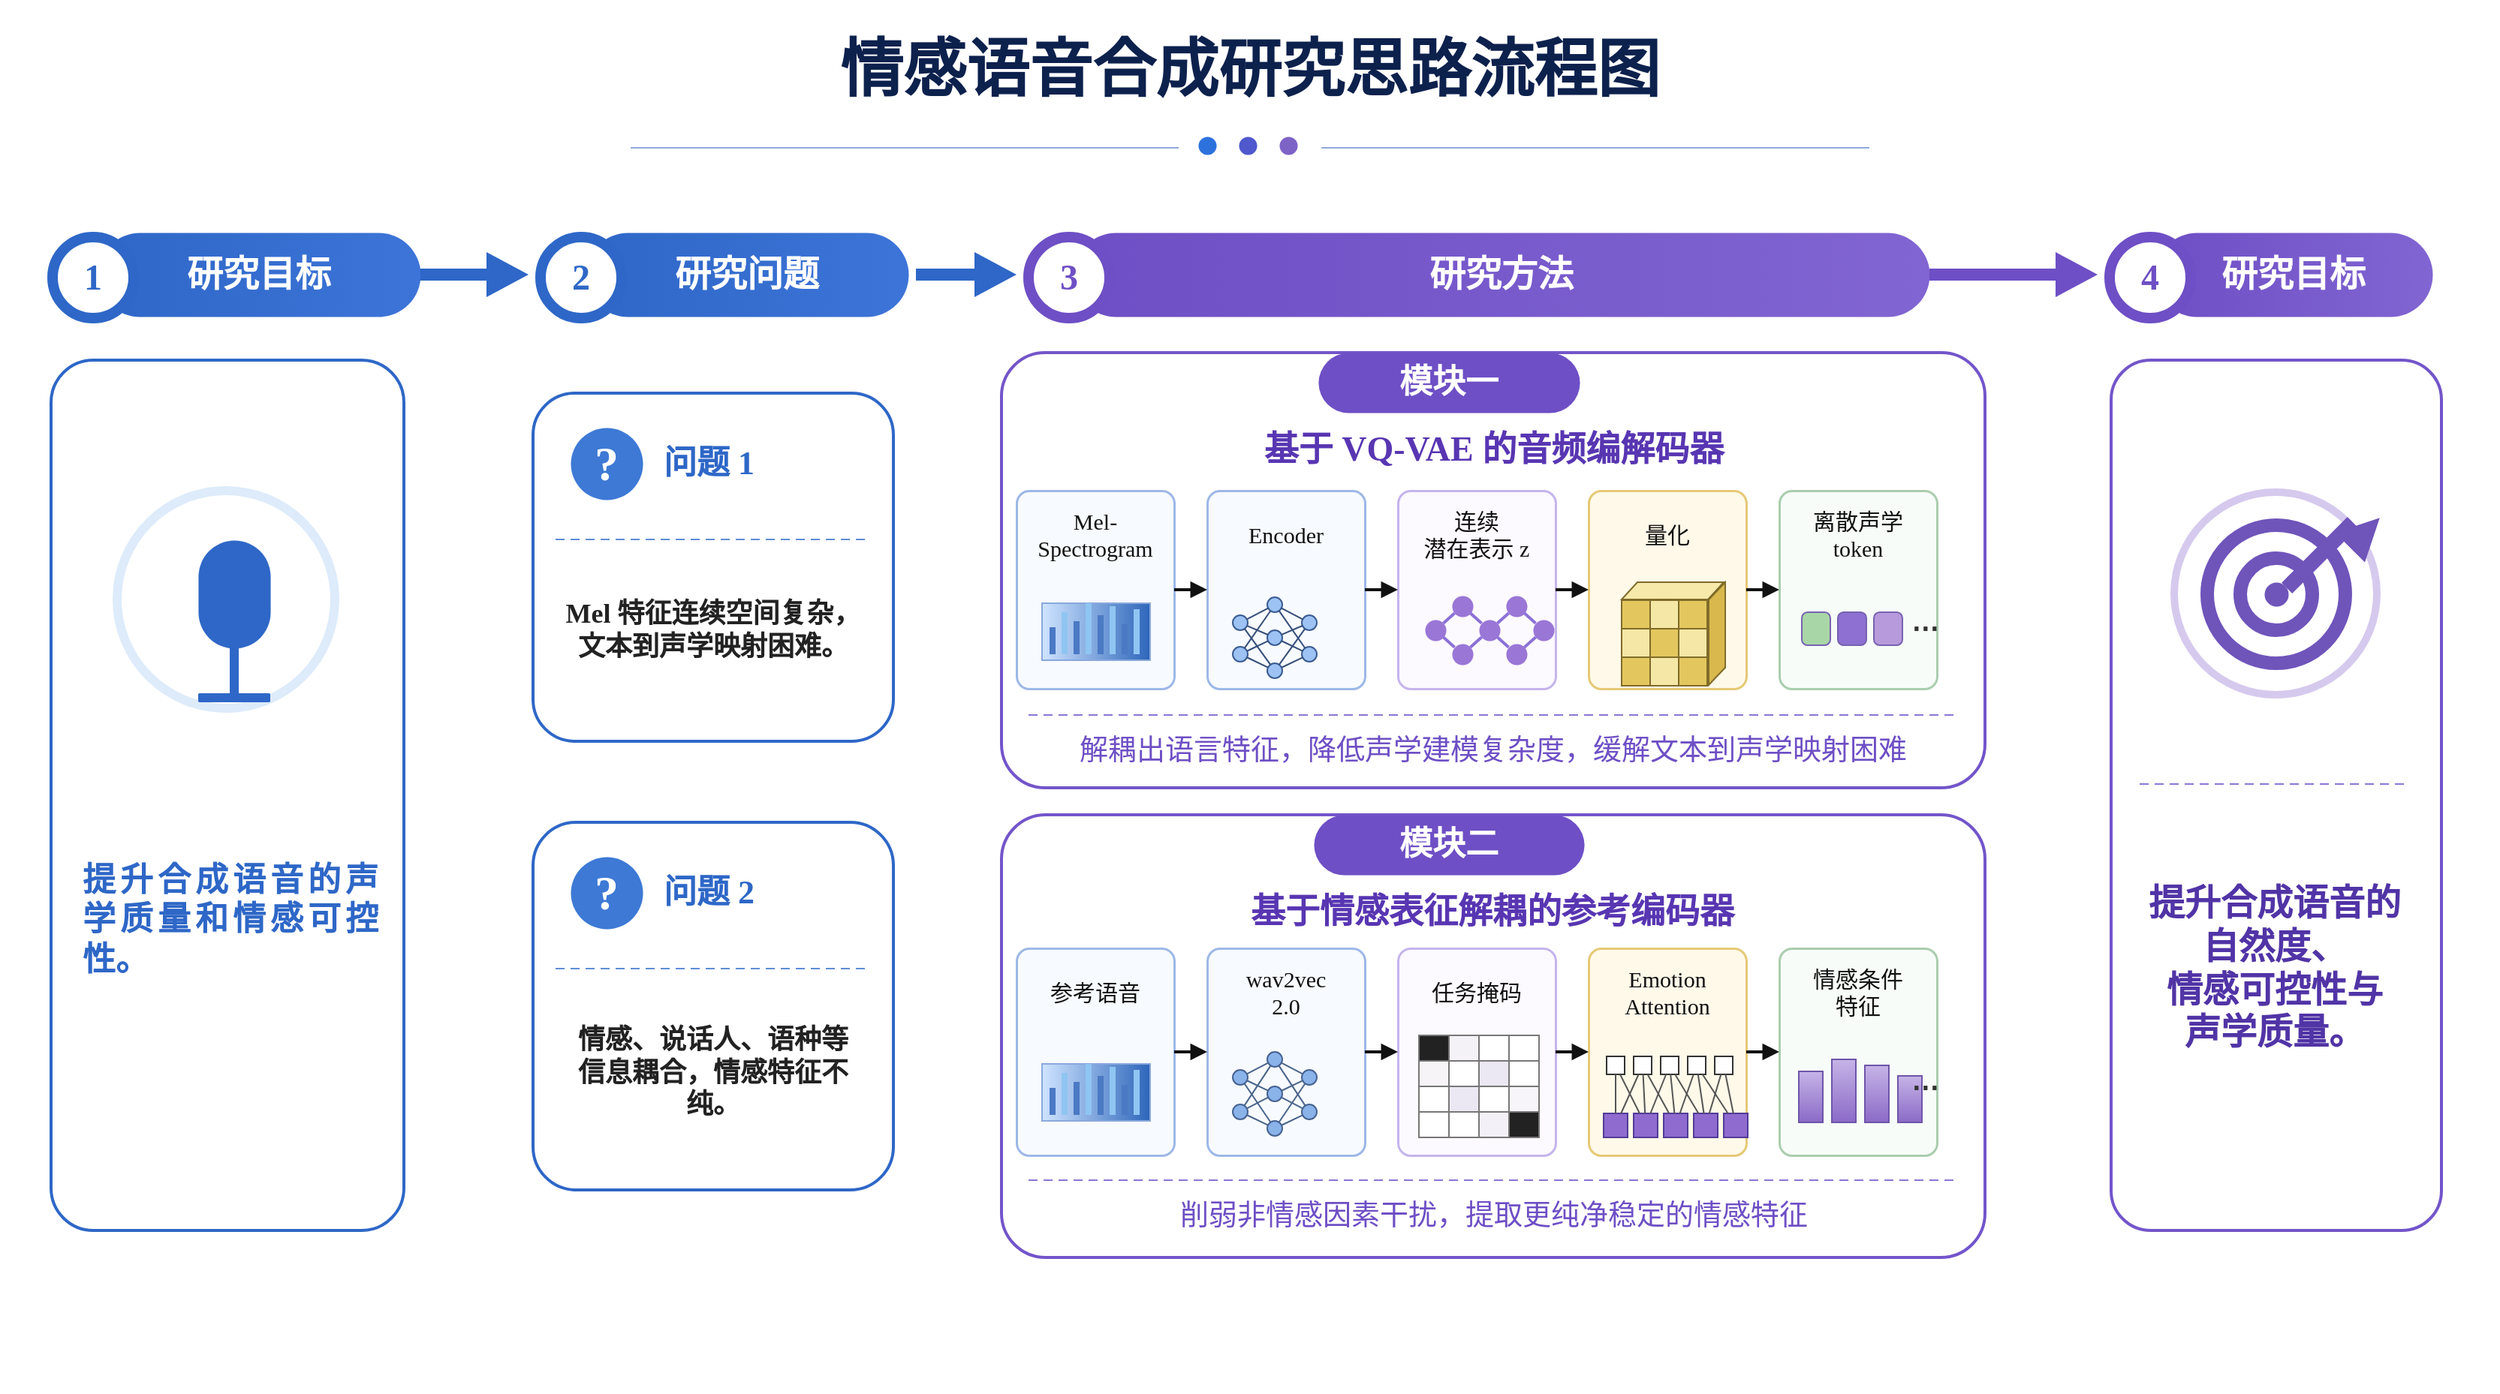
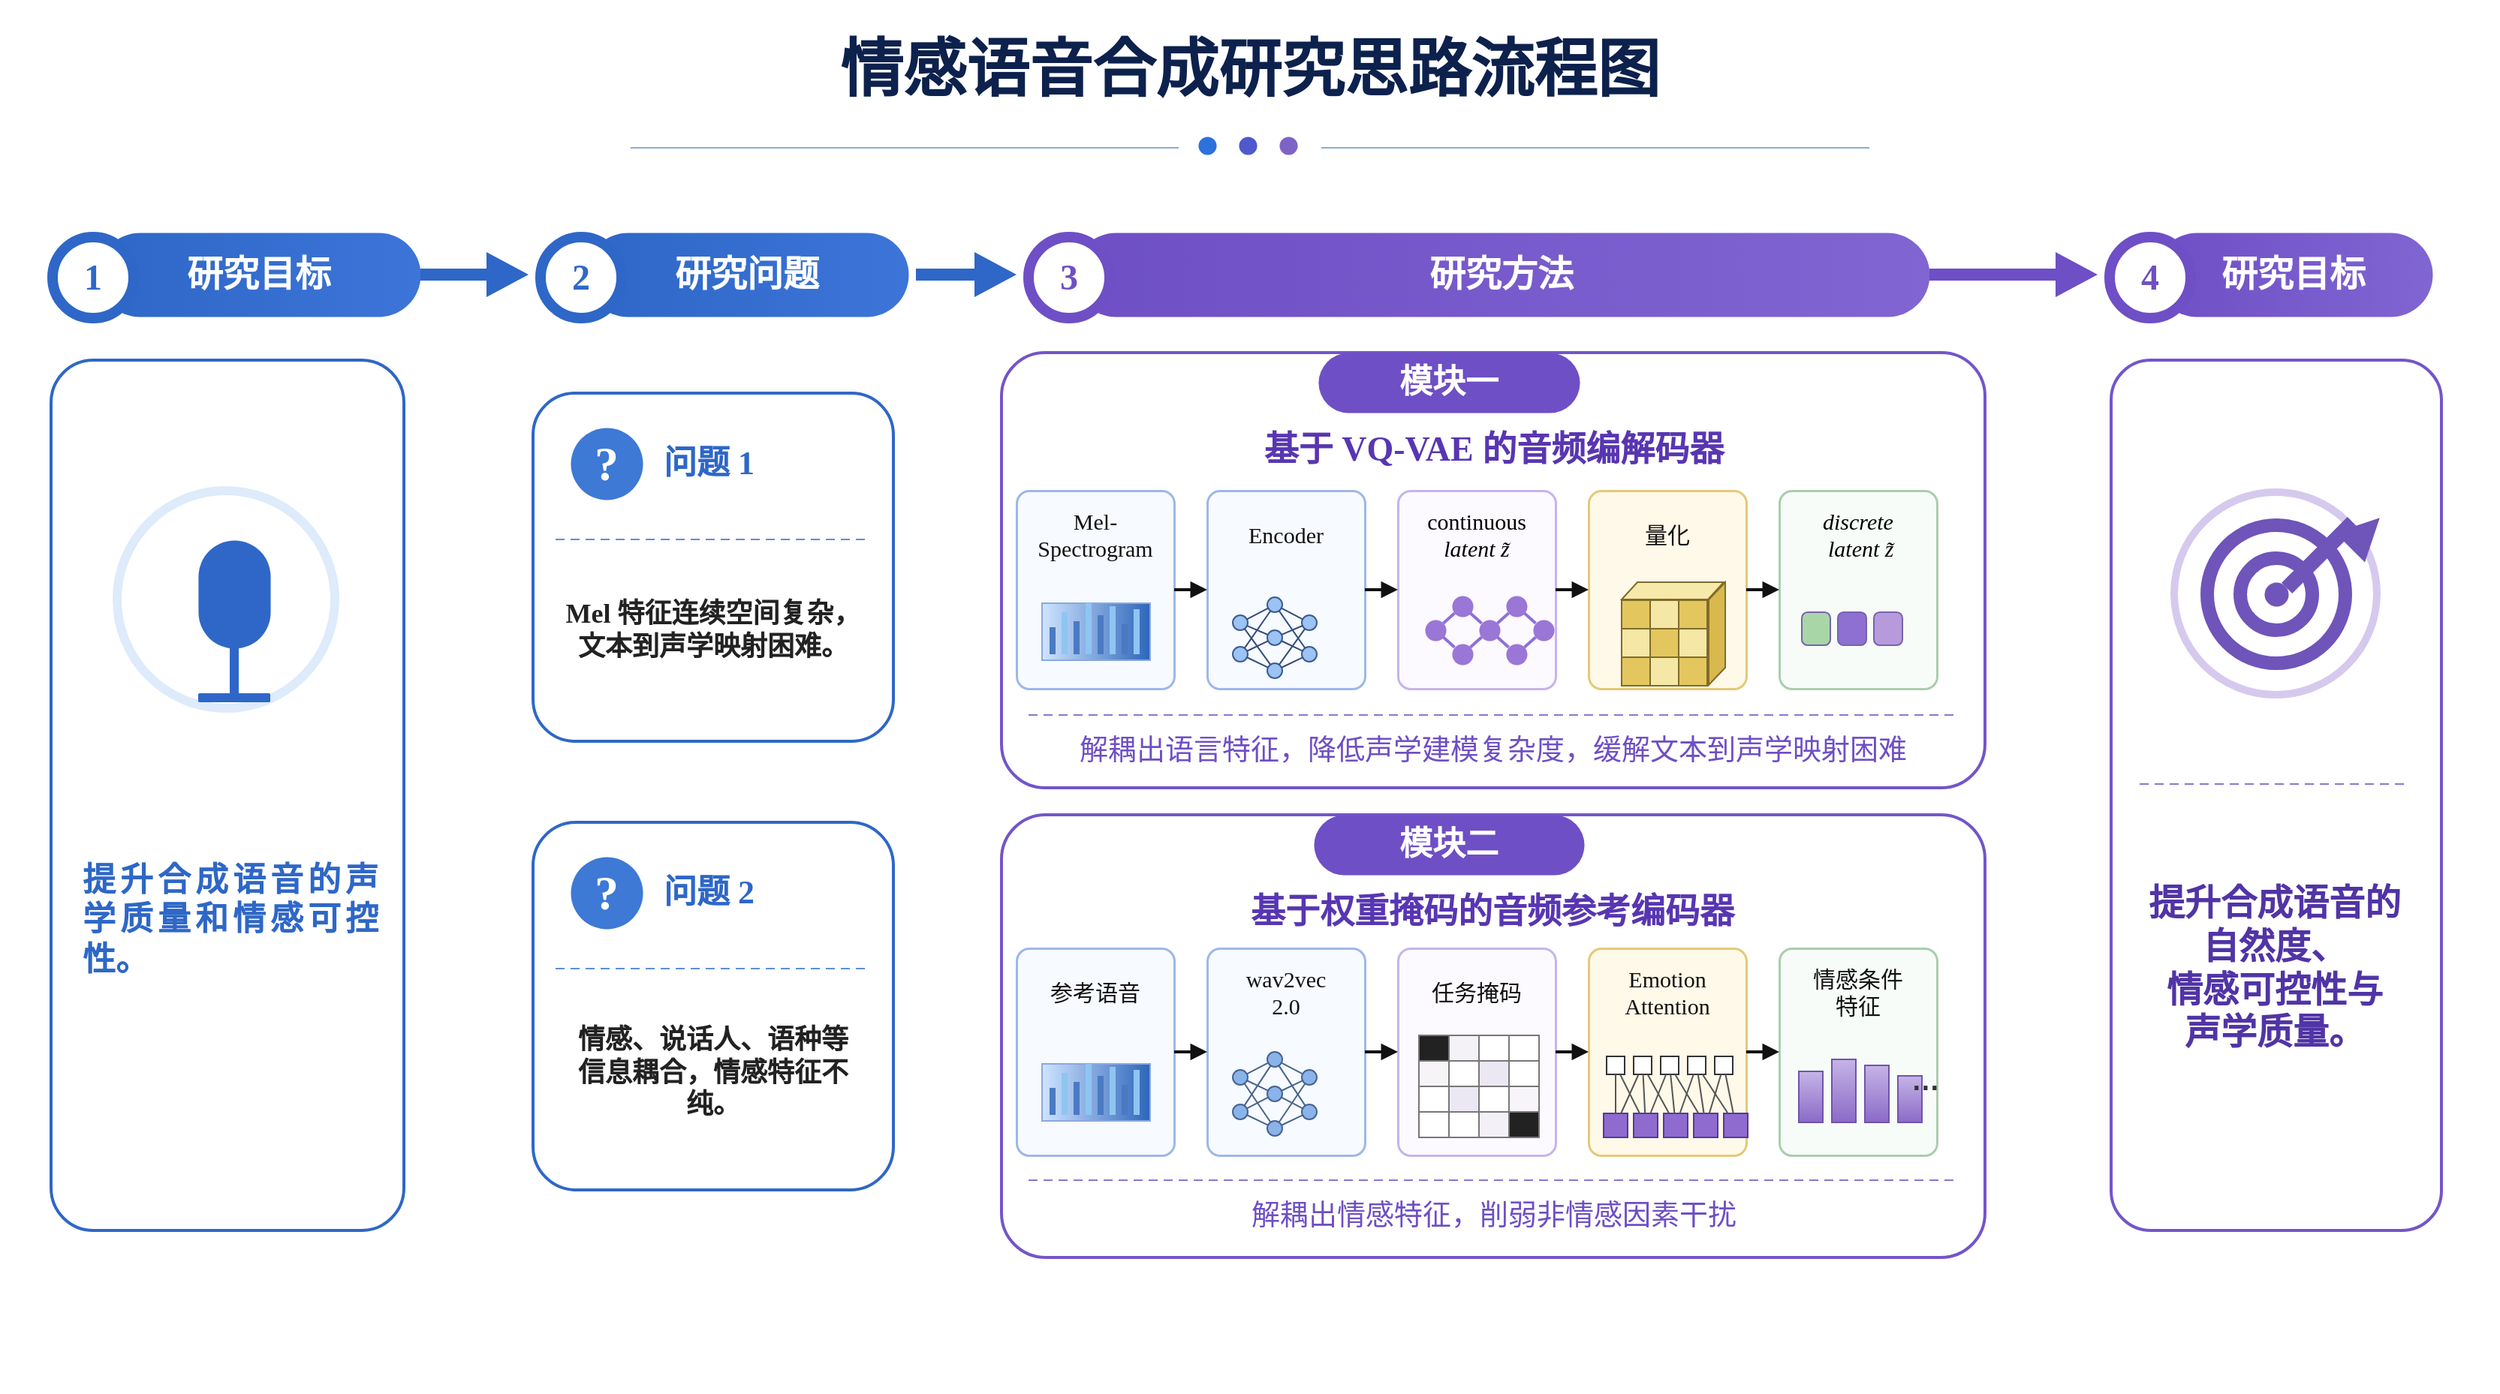
<mxfile host="app.diagrams.net">
  <diagram name="第 1 页" id="fVVEHDjkvuh4-jfM98xs">
-     <mxGraphModel dx="490" dy="306" grid="1" gridSize="1" guides="1" tooltips="1" connect="1" arrows="1" fold="1" page="1" pageScale="1" pageWidth="1664" pageHeight="928" math="1" shadow="0">
+     <mxGraphModel dx="1212" dy="755" grid="1" gridSize="1" guides="1" tooltips="1" connect="1" arrows="1" fold="1" page="1" pageScale="1" pageWidth="1664" pageHeight="928" math="1" shadow="0">
      <root>
        <mxCell id="0" />
        <mxCell id="1" parent="0" />
        <mxCell id="v2" parent="1" style="shape=rect;fillColor=#FFFFFF;strokeColor=none;fontFamily=Comic Sans MS;" value="" vertex="1">
          <mxGeometry height="928" width="1664" as="geometry" />
        </mxCell>
        <mxCell id="v3" parent="1" style="text;html=1;whiteSpace=wrap;align=center;verticalAlign=middle;fontFamily=Comic Sans MS;fontSize=42;fontColor=#0D214D;fontStyle=1;spacing=0;" value="情感语音合成研究思路流程图" vertex="1">
          <mxGeometry height="58" width="885" x="390" y="18" as="geometry" />
        </mxCell>
        <mxCell id="v4" parent="1" style="shape=line;strokeColor=#90A8DA;strokeWidth=1;fontFamily=Comic Sans MS;" value="" vertex="1">
          <mxGeometry height="1" width="365" x="420" y="98" as="geometry" />
        </mxCell>
        <mxCell id="v5" parent="1" style="shape=line;strokeColor=#90A8DA;strokeWidth=1;fontFamily=Comic Sans MS;" value="" vertex="1">
          <mxGeometry height="1" width="365" x="880" y="98" as="geometry" />
        </mxCell>
        <mxCell id="v6" parent="1" style="ellipse;whiteSpace=wrap;html=1;fillColor=#2D71DD;strokeColor=#2D71DD;strokeWidth=0;fontFamily=Comic Sans MS;" value="" vertex="1">
          <mxGeometry height="12" width="12" x="798" y="91" as="geometry" />
        </mxCell>
        <mxCell id="v7" parent="1" style="ellipse;whiteSpace=wrap;html=1;fillColor=#4F58CD;strokeColor=#4F58CD;strokeWidth=0;fontFamily=Comic Sans MS;" value="" vertex="1">
          <mxGeometry height="12" width="12" x="825" y="91" as="geometry" />
        </mxCell>
        <mxCell id="v8" parent="1" style="ellipse;whiteSpace=wrap;html=1;fillColor=#7E63C7;strokeColor=#7E63C7;strokeWidth=0;fontFamily=Comic Sans MS;" value="" vertex="1">
          <mxGeometry height="12" width="12" x="852" y="91" as="geometry" />
        </mxCell>
        <mxCell id="v9" parent="1" style="rounded=1;arcSize=50;whiteSpace=wrap;html=1;fillColor=#2E67C7;strokeColor=none;strokeWidth=0;fontFamily=Comic Sans MS;gradientColor=#3D74D8;gradientDirection=east;fontSize=24;fontColor=#FFFFFF;fontStyle=1;align=center;verticalAlign=middle;" value="研究目标" vertex="1">
          <mxGeometry height="56" width="215" x="65" y="155" as="geometry" />
        </mxCell>
        <mxCell id="v10" parent="1" style="ellipse;whiteSpace=wrap;html=1;fillColor=#FFFFFF;strokeColor=#2E67C7;strokeWidth=7;fontFamily=Comic Sans MS;fontSize=24;fontColor=#2E67C7;fontStyle=1;align=center;verticalAlign=middle;" value="1" vertex="1">
          <mxGeometry height="54" width="54" x="35" y="158" as="geometry" />
        </mxCell>
        <mxCell id="v11" parent="1" style="rounded=1;arcSize=50;whiteSpace=wrap;html=1;fillColor=#2E67C7;strokeColor=none;strokeWidth=0;fontFamily=Comic Sans MS;gradientColor=#3D74D8;gradientDirection=east;fontSize=24;fontColor=#FFFFFF;fontStyle=1;align=center;verticalAlign=middle;" value="研究问题" vertex="1">
          <mxGeometry height="56" width="215" x="390" y="155" as="geometry" />
        </mxCell>
        <mxCell id="v12" parent="1" style="ellipse;whiteSpace=wrap;html=1;fillColor=#FFFFFF;strokeColor=#2E67C7;strokeWidth=7;fontFamily=Comic Sans MS;fontSize=24;fontColor=#2E67C7;fontStyle=1;align=center;verticalAlign=middle;" value="2" vertex="1">
          <mxGeometry height="54" width="54" x="360" y="158" as="geometry" />
        </mxCell>
        <mxCell id="v13" parent="1" style="rounded=1;arcSize=50;whiteSpace=wrap;html=1;fillColor=#6E4FC5;strokeColor=none;strokeWidth=0;fontFamily=Comic Sans MS;gradientColor=#8165D2;gradientDirection=east;fontSize=24;fontColor=#FFFFFF;fontStyle=1;align=center;verticalAlign=middle;" value="研究方法" vertex="1">
          <mxGeometry height="56" width="570" x="715" y="155" as="geometry" />
        </mxCell>
        <mxCell id="v14" parent="1" style="ellipse;whiteSpace=wrap;html=1;fillColor=#FFFFFF;strokeColor=#6E4FC5;strokeWidth=7;fontFamily=Comic Sans MS;fontSize=24;fontColor=#6E4FC5;fontStyle=1;align=center;verticalAlign=middle;" value="3" vertex="1">
          <mxGeometry height="54" width="54" x="685" y="158" as="geometry" />
        </mxCell>
        <mxCell id="v15" parent="1" style="rounded=1;arcSize=50;whiteSpace=wrap;html=1;fillColor=#6E4FC5;strokeColor=none;strokeWidth=0;fontFamily=Comic Sans MS;gradientColor=#8165D2;gradientDirection=east;fontSize=24;fontColor=#FFFFFF;fontStyle=1;align=center;verticalAlign=middle;" value="研究目标" vertex="1">
          <mxGeometry height="56" width="185" x="1435" y="155" as="geometry" />
        </mxCell>
        <mxCell id="v16" parent="1" style="ellipse;whiteSpace=wrap;html=1;fillColor=#FFFFFF;strokeColor=#6E4FC5;strokeWidth=7;fontFamily=Comic Sans MS;fontSize=24;fontColor=#6E4FC5;fontStyle=1;align=center;verticalAlign=middle;" value="4" vertex="1">
          <mxGeometry height="54" width="54" x="1405" y="158" as="geometry" />
        </mxCell>
        <mxCell id="v17" parent="1" style="shape=rect;fillColor=#2E67C7;strokeColor=none;fontFamily=Comic Sans MS;" value="" vertex="1">
          <mxGeometry height="8" width="52" x="280" y="179" as="geometry" />
        </mxCell>
        <mxCell id="v18" parent="1" style="shape=triangle;direction=east;fillColor=#2E67C7;strokeColor=none;fontFamily=Comic Sans MS;" value="" vertex="1">
          <mxGeometry height="30" width="28" x="324" y="168" as="geometry" />
        </mxCell>
        <mxCell id="v19" parent="1" style="shape=rect;fillColor=#2E67C7;strokeColor=none;fontFamily=Comic Sans MS;" value="" vertex="1">
          <mxGeometry height="8" width="47" x="610" y="179" as="geometry" />
        </mxCell>
        <mxCell id="v20" parent="1" style="shape=triangle;direction=east;fillColor=#2E67C7;strokeColor=none;fontFamily=Comic Sans MS;" value="" vertex="1">
          <mxGeometry height="30" width="28" x="649" y="168" as="geometry" />
        </mxCell>
        <mxCell id="v21" parent="1" style="shape=rect;fillColor=#6E4FC5;strokeColor=none;fontFamily=Comic Sans MS;" value="" vertex="1">
          <mxGeometry height="8" width="92" x="1285" y="179" as="geometry" />
        </mxCell>
        <mxCell id="v22" parent="1" style="shape=triangle;direction=east;fillColor=#6E4FC5;strokeColor=none;fontFamily=Comic Sans MS;" value="" vertex="1">
          <mxGeometry height="30" width="28" x="1369" y="168" as="geometry" />
        </mxCell>
        <mxCell id="v23" parent="1" style="rounded=1;arcSize=12;whiteSpace=wrap;html=1;fillColor=#FFFFFF;strokeColor=#2E67C7;strokeWidth=2;fontFamily=Comic Sans MS;" value="" vertex="1">
          <mxGeometry height="580" width="235" x="34" y="240" as="geometry" />
        </mxCell>
        <mxCell id="v24" parent="1" style="rounded=1;arcSize=12;whiteSpace=wrap;html=1;fillColor=#FFFFFF;strokeColor=#2E67C7;strokeWidth=2;fontFamily=Comic Sans MS;" value="" vertex="1">
          <mxGeometry height="232" width="240" x="355" y="262" as="geometry" />
        </mxCell>
        <mxCell id="v25" parent="1" style="rounded=1;arcSize=12;whiteSpace=wrap;html=1;fillColor=#FFFFFF;strokeColor=#2E67C7;strokeWidth=2;fontFamily=Comic Sans MS;" value="" vertex="1">
          <mxGeometry height="245" width="240" x="355" y="548" as="geometry" />
        </mxCell>
        <mxCell id="v26" parent="1" style="rounded=1;arcSize=10;whiteSpace=wrap;html=1;fillColor=#FFFFFF;strokeColor=#7355CA;strokeWidth=2;fontFamily=Comic Sans MS;" value="" vertex="1">
          <mxGeometry height="290" width="655" x="667" y="235" as="geometry" />
        </mxCell>
        <mxCell id="v27" parent="1" style="rounded=1;arcSize=10;whiteSpace=wrap;html=1;fillColor=#FFFFFF;strokeColor=#7355CA;strokeWidth=2;fontFamily=Comic Sans MS;" value="" vertex="1">
          <mxGeometry height="295" width="655" x="667" y="543" as="geometry" />
        </mxCell>
        <mxCell id="v28" parent="1" style="rounded=1;arcSize=12;whiteSpace=wrap;html=1;fillColor=#FFFFFF;strokeColor=#7355CA;strokeWidth=2;fontFamily=Comic Sans MS;" value="" vertex="1">
          <mxGeometry height="580" width="220" x="1406" y="240" as="geometry" />
        </mxCell>
        <mxCell id="v29" parent="1" style="ellipse;whiteSpace=wrap;html=1;fillColor=#FFFFFF;strokeColor=#DDEBFA;strokeWidth=6;fontFamily=Comic Sans MS;" value="" vertex="1">
          <mxGeometry height="145" width="145" x="78" y="327" as="geometry" />
        </mxCell>
        <mxCell id="v30" parent="1" style="rounded=1;arcSize=50;whiteSpace=wrap;html=1;fillColor=#2E67C7;strokeColor=#2E67C7;strokeWidth=0;fontFamily=Comic Sans MS;" value="" vertex="1">
          <mxGeometry height="72" width="48" x="132" y="360" as="geometry" />
        </mxCell>
        <mxCell id="v31" parent="1" style="shape=mxgraph.basic.arc;startAngle=180;endAngle=360;fillColor=none;strokeColor=#2E67C7;strokeWidth=5;fontFamily=Comic Sans MS;" value="" vertex="1">
          <mxGeometry height="58" width="70" x="121" y="388" as="geometry" />
        </mxCell>
        <mxCell id="v32" parent="1" style="shape=rect;fillColor=#2E67C7;strokeColor=none;fontFamily=Comic Sans MS;" value="" vertex="1">
          <mxGeometry height="34" width="6" x="153" y="431" as="geometry" />
        </mxCell>
        <mxCell id="v33" parent="1" style="shape=rect;fillColor=#2E67C7;strokeColor=none;rounded=1;fontFamily=Comic Sans MS;" value="" vertex="1">
          <mxGeometry height="6" width="48" x="132" y="462" as="geometry" />
        </mxCell>
        <mxCell id="v34" parent="1" style="shape=mxgraph.basic.arc;startAngle=90;endAngle=270;direction=west;fillColor=none;strokeColor=#2E67C7;strokeWidth=4;fontFamily=Comic Sans MS;" value="" vertex="1">
          <mxGeometry height="38" width="18" x="90" y="380" as="geometry" />
        </mxCell>
        <mxCell id="v35" parent="1" style="shape=mxgraph.basic.arc;startAngle=90;endAngle=270;direction=west;fillColor=none;strokeColor=#2E67C7;strokeWidth=4;fontFamily=Comic Sans MS;" value="" vertex="1">
          <mxGeometry height="54" width="28" x="82" y="372" as="geometry" />
        </mxCell>
        <mxCell id="v36" parent="1" style="shape=mxgraph.basic.arc;startAngle=90;endAngle=270;direction=east;fillColor=none;strokeColor=#2E67C7;strokeWidth=4;fontFamily=Comic Sans MS;" value="" vertex="1">
          <mxGeometry height="38" width="18" x="193" y="380" as="geometry" />
        </mxCell>
        <mxCell id="v37" parent="1" style="shape=mxgraph.basic.arc;startAngle=90;endAngle=270;direction=east;fillColor=none;strokeColor=#2E67C7;strokeWidth=4;fontFamily=Comic Sans MS;" value="" vertex="1">
          <mxGeometry height="54" width="28" x="192" y="372" as="geometry" />
        </mxCell>
        <mxCell id="v38" parent="1" style="text;html=1;whiteSpace=wrap;align=left;verticalAlign=middle;fontFamily=Comic Sans MS;fontSize=22;fontColor=#111111;fontStyle=0;spacing=0;" value="&lt;div style=&quot;text-align: justify;&quot;&gt;&lt;b style=&quot;background-color: transparent; color: light-dark(rgb(46, 103, 199), rgb(237, 237, 237));&quot;&gt;提升合成语音的声学质量和情感可控性。&lt;/b&gt;&lt;/div&gt;" vertex="1">
          <mxGeometry height="225" width="195" x="55" y="500" as="geometry" />
        </mxCell>
        <mxCell id="v39" parent="1" style="ellipse;whiteSpace=wrap;html=1;fillColor=#3D79D5;strokeColor=#3D79D5;strokeWidth=0;fontFamily=Comic Sans MS;fontSize=32;fontColor=#FFFFFF;fontStyle=1;align=center;verticalAlign=middle;" value="?" vertex="1">
          <mxGeometry height="48" width="48" x="380" y="285" as="geometry" />
        </mxCell>
        <mxCell id="v40" parent="1" style="text;html=1;whiteSpace=wrap;align=left;verticalAlign=middle;fontFamily=Comic Sans MS;fontSize=22;fontColor=#2E67C7;fontStyle=1;spacing=0;" value="问题 1" vertex="1">
          <mxGeometry height="44" width="120" x="442" y="287" as="geometry" />
        </mxCell>
        <mxCell id="v41" parent="1" style="shape=line;strokeColor=#5F8DD6;strokeWidth=1;dashed=1;dashPattern=6 4;fontFamily=Comic Sans MS;" value="" vertex="1">
          <mxGeometry height="1" width="210" x="370" y="359" as="geometry" />
        </mxCell>
        <mxCell id="v42" parent="1" style="ellipse;whiteSpace=wrap;html=1;fillColor=#3D79D5;strokeColor=#3D79D5;strokeWidth=0;fontFamily=Comic Sans MS;fontSize=32;fontColor=#FFFFFF;fontStyle=1;align=center;verticalAlign=middle;" value="?" vertex="1">
          <mxGeometry height="48" width="48" x="380" y="571" as="geometry" />
        </mxCell>
        <mxCell id="v43" parent="1" style="text;html=1;whiteSpace=wrap;align=left;verticalAlign=middle;fontFamily=Comic Sans MS;fontSize=22;fontColor=#2E67C7;fontStyle=1;spacing=0;" value="问题 2" vertex="1">
          <mxGeometry height="44" width="120" x="442" y="573" as="geometry" />
        </mxCell>
        <mxCell id="v44" parent="1" style="shape=line;strokeColor=#5F8DD6;strokeWidth=1;dashed=1;dashPattern=6 4;fontFamily=Comic Sans MS;" value="" vertex="1">
          <mxGeometry height="1" width="210" x="370" y="645" as="geometry" />
        </mxCell>
        <mxCell id="v45" parent="1" style="text;html=1;whiteSpace=wrap;align=center;verticalAlign=middle;fontFamily=Comic Sans MS;fontSize=18;fontColor=#222222;fontStyle=0;spacing=0;" value="&lt;b&gt;Mel 特征连续空间复杂，&lt;br&gt;文本到声学映射困难。&lt;/b&gt;" vertex="1">
          <mxGeometry height="110" width="210" x="370" y="365" as="geometry" />
        </mxCell>
        <mxCell id="v46" parent="1" style="text;html=1;whiteSpace=wrap;align=center;verticalAlign=middle;fontFamily=Comic Sans MS;fontSize=18;fontColor=#222222;fontStyle=0;spacing=0;" value="&lt;b&gt;情感、说话人、语种等&lt;br&gt;信息耦合，情感特征不纯。&lt;/b&gt;" vertex="1">
          <mxGeometry height="115" width="210" x="370" y="657" as="geometry" />
        </mxCell>
        <mxCell id="e47" edge="1" parent="1" style="edgeStyle=orthogonalEdgeStyle;rounded=0;html=1;strokeColor=#3B72CA;strokeWidth=3;dashed=1;dashPattern=6 4;endArrow=block;endFill=1;" value="">
          <mxGeometry relative="1" as="geometry">
            <Array as="points">
              <mxPoint x="278" y="510" />
              <mxPoint x="310" y="510" />
              <mxPoint x="310" y="378" />
              <mxPoint x="350" y="378" />
            </Array>
          </mxGeometry>
        </mxCell>
        <mxCell id="e48" edge="1" parent="1" style="edgeStyle=orthogonalEdgeStyle;rounded=0;html=1;strokeColor=#3B72CA;strokeWidth=3;dashed=1;dashPattern=6 4;endArrow=block;endFill=1;" value="">
          <mxGeometry relative="1" as="geometry">
            <Array as="points">
              <mxPoint x="278" y="510" />
              <mxPoint x="310" y="510" />
              <mxPoint x="310" y="670" />
              <mxPoint x="350" y="670" />
            </Array>
          </mxGeometry>
        </mxCell>
        <mxCell id="e49" edge="1" parent="1" style="edgeStyle=orthogonalEdgeStyle;rounded=0;html=1;strokeColor=#6E4FC5;strokeWidth=3;dashed=1;dashPattern=6 4;endArrow=block;endFill=1;" value="">
          <mxGeometry relative="1" as="geometry">
            <Array as="points">
              <mxPoint x="595" y="378" />
              <mxPoint x="625" y="378" />
              <mxPoint x="625" y="356" />
              <mxPoint x="665" y="356" />
            </Array>
          </mxGeometry>
        </mxCell>
        <mxCell id="e50" edge="1" parent="1" style="edgeStyle=orthogonalEdgeStyle;rounded=0;html=1;strokeColor=#6E4FC5;strokeWidth=3;dashed=1;dashPattern=6 4;endArrow=block;endFill=1;" value="">
          <mxGeometry relative="1" as="geometry">
            <Array as="points">
              <mxPoint x="595" y="670" />
              <mxPoint x="625" y="670" />
              <mxPoint x="625" y="695" />
              <mxPoint x="665" y="695" />
            </Array>
          </mxGeometry>
        </mxCell>
        <mxCell id="v51" parent="1" style="rounded=1;arcSize=50;whiteSpace=wrap;html=1;fillColor=#6E4FC5;strokeColor=#6E4FC5;strokeWidth=0;fontFamily=Comic Sans MS;fontSize=22;fontColor=#FFFFFF;fontStyle=1;align=center;verticalAlign=middle;" value="模块一" vertex="1">
          <mxGeometry height="40" width="174" x="878" y="235" as="geometry" />
        </mxCell>
        <mxCell id="v52" parent="1" style="rounded=1;arcSize=50;whiteSpace=wrap;html=1;fillColor=#6E4FC5;strokeColor=#6E4FC5;strokeWidth=0;fontFamily=Comic Sans MS;fontSize=22;fontColor=#FFFFFF;fontStyle=1;align=center;verticalAlign=middle;" value="模块二" vertex="1">
          <mxGeometry height="40" width="180" x="875" y="543" as="geometry" />
        </mxCell>
        <mxCell id="v53" parent="1" style="text;html=1;whiteSpace=wrap;align=center;verticalAlign=middle;fontFamily=Comic Sans MS;fontSize=23;fontColor=#5836B2;fontStyle=1;spacing=0;" value="基于 VQ-VAE 的音频编解码器" vertex="1">
          <mxGeometry height="38" width="520" x="735" y="280" as="geometry" />
        </mxCell>
-         <mxCell id="v54" parent="1" style="text;html=1;whiteSpace=wrap;align=center;verticalAlign=middle;fontFamily=Comic Sans MS;fontSize=23;fontColor=#5836B2;fontStyle=1;spacing=0;" value="基于情感表征解耦的参考编码器" vertex="1">
+         <mxCell id="v54" parent="1" style="text;html=1;whiteSpace=wrap;align=center;verticalAlign=middle;fontFamily=Comic Sans MS;fontSize=23;fontColor=#5836B2;fontStyle=1;spacing=0;" value="基于权重掩码的音频参考编码器" vertex="1">
          <mxGeometry height="38" width="580" x="704" y="588" as="geometry" />
        </mxCell>
        <mxCell id="v55" parent="1" style="rounded=1;arcSize=8;whiteSpace=wrap;html=1;fillColor=#F7FAFF;strokeColor=#9DB8E7;strokeWidth=1.5;fontFamily=Comic Sans MS;" value="" vertex="1">
          <mxGeometry height="132" width="105" x="677" y="327" as="geometry" />
        </mxCell>
        <mxCell id="v56" parent="1" style="text;html=1;whiteSpace=wrap;align=center;verticalAlign=middle;fontFamily=Comic Sans MS;fontSize=15;fontColor=#111111;fontStyle=0;spacing=0;" value="Mel-&lt;br&gt;Spectrogram" vertex="1">
          <mxGeometry height="42" width="95" x="682" y="335" as="geometry" />
        </mxCell>
        <mxCell id="v57" parent="1" style="rounded=1;arcSize=8;whiteSpace=wrap;html=1;fillColor=#F7FAFF;strokeColor=#9DB8E7;strokeWidth=1.5;fontFamily=Comic Sans MS;" value="" vertex="1">
          <mxGeometry height="132" width="105" x="804" y="327" as="geometry" />
        </mxCell>
        <mxCell id="v58" parent="1" style="text;html=1;whiteSpace=wrap;align=center;verticalAlign=middle;fontFamily=Comic Sans MS;fontSize=15;fontColor=#111111;fontStyle=0;spacing=0;" value="Encoder" vertex="1">
          <mxGeometry height="42" width="95" x="809" y="335" as="geometry" />
        </mxCell>
        <mxCell id="v59" parent="1" style="rounded=1;arcSize=8;whiteSpace=wrap;html=1;fillColor=#FCF9FF;strokeColor=#C5B4EC;strokeWidth=1.5;fontFamily=Comic Sans MS;" value="" vertex="1">
          <mxGeometry height="132" width="105" x="931" y="327" as="geometry" />
        </mxCell>
-         <mxCell id="v60" parent="1" style="text;html=1;whiteSpace=wrap;align=center;verticalAlign=middle;fontFamily=Comic Sans MS;fontSize=15;fontColor=#111111;fontStyle=0;spacing=0;" value="连续&lt;br&gt;潜在表示 z" vertex="1">
+         <mxCell id="v60" parent="1" style="text;html=1;whiteSpace=wrap;align=center;verticalAlign=middle;fontFamily=Comic Sans MS;fontSize=15;fontColor=#111111;fontStyle=0;spacing=0;" value="&lt;font&gt;&lt;span style=&quot;text-align: left; white-space: nowrap; color: rgb(0, 0, 0);&quot;&gt;continuous&lt;/span&gt;&lt;/font&gt;&lt;div&gt;&lt;font&gt;&lt;i style=&quot;text-align: left; white-space: nowrap; color: rgb(0, 0, 0);&quot;&gt; latent &lt;span&gt;z̃&lt;/span&gt;&lt;/i&gt;&lt;/font&gt;&lt;/div&gt;" vertex="1">
          <mxGeometry height="42" width="95" x="936" y="335" as="geometry" />
        </mxCell>
        <mxCell id="v61" parent="1" style="rounded=1;arcSize=8;whiteSpace=wrap;html=1;fillColor=#FFF9E9;strokeColor=#E5C976;strokeWidth=1.5;fontFamily=Comic Sans MS;" value="" vertex="1">
          <mxGeometry height="132" width="105" x="1058" y="327" as="geometry" />
        </mxCell>
        <mxCell id="v62" parent="1" style="text;html=1;whiteSpace=wrap;align=center;verticalAlign=middle;fontFamily=Comic Sans MS;fontSize=15;fontColor=#111111;fontStyle=0;spacing=0;" value="量化" vertex="1">
          <mxGeometry height="42" width="95" x="1063" y="335" as="geometry" />
        </mxCell>
        <mxCell id="v63" parent="1" style="rounded=1;arcSize=8;whiteSpace=wrap;html=1;fillColor=#F7FCF8;strokeColor=#AACDAE;strokeWidth=1.5;fontFamily=Comic Sans MS;" value="" vertex="1">
          <mxGeometry height="132" width="105" x="1185" y="327" as="geometry" />
        </mxCell>
-         <mxCell id="v64" parent="1" style="text;html=1;whiteSpace=wrap;align=center;verticalAlign=middle;fontFamily=Comic Sans MS;fontSize=15;fontColor=#111111;fontStyle=0;spacing=0;" value="离散声学&lt;br&gt;token" vertex="1">
+         <mxCell id="v64" parent="1" style="text;html=1;whiteSpace=wrap;align=center;verticalAlign=middle;fontFamily=Comic Sans MS;fontSize=15;fontColor=#111111;fontStyle=0;spacing=0;" value="&lt;i style=&quot;text-align: left; white-space: nowrap;&quot;&gt;&lt;font style=&quot;color: rgb(0, 0, 0);&quot;&gt;discrete&lt;/font&gt;&lt;/i&gt;&lt;div&gt;&lt;i style=&quot;text-align: left; white-space: nowrap;&quot;&gt;&lt;font style=&quot;color: rgb(0, 0, 0);&quot;&gt;&amp;nbsp;latent &lt;span&gt;z̃&lt;/span&gt;&lt;/font&gt;&lt;/i&gt;&lt;/div&gt;" vertex="1">
          <mxGeometry height="42" width="95" x="1190" y="335" as="geometry" />
        </mxCell>
        <mxCell id="e65" edge="1" parent="1" source="v55" style="edgeStyle=orthogonalEdgeStyle;rounded=0;html=1;strokeColor=#111111;strokeWidth=2;endArrow=block;endFill=1;fontFamily=Comic Sans MS;" target="v57" value="">
          <mxGeometry relative="1" as="geometry" />
        </mxCell>
        <mxCell id="e66" edge="1" parent="1" source="v57" style="edgeStyle=orthogonalEdgeStyle;rounded=0;html=1;strokeColor=#111111;strokeWidth=2;endArrow=block;endFill=1;fontFamily=Comic Sans MS;" target="v59" value="">
          <mxGeometry relative="1" as="geometry" />
        </mxCell>
        <mxCell id="e67" edge="1" parent="1" source="v59" style="edgeStyle=orthogonalEdgeStyle;rounded=0;html=1;strokeColor=#111111;strokeWidth=2;endArrow=block;endFill=1;fontFamily=Comic Sans MS;" target="v61" value="">
          <mxGeometry relative="1" as="geometry" />
        </mxCell>
        <mxCell id="e68" edge="1" parent="1" source="v61" style="edgeStyle=orthogonalEdgeStyle;rounded=0;html=1;strokeColor=#111111;strokeWidth=2;endArrow=block;endFill=1;fontFamily=Comic Sans MS;" target="v63" value="">
          <mxGeometry relative="1" as="geometry" />
        </mxCell>
        <mxCell id="v78" parent="1" style="ellipse;whiteSpace=wrap;html=1;fillColor=#9DC3F4;strokeColor=#3B5C91;strokeWidth=1;fontFamily=Comic Sans MS;" value="" vertex="1">
          <mxGeometry height="10" width="10" x="821" y="410" as="geometry" />
        </mxCell>
        <mxCell id="v79" parent="1" style="ellipse;whiteSpace=wrap;html=1;fillColor=#9DC3F4;strokeColor=#3B5C91;strokeWidth=1;fontFamily=Comic Sans MS;" value="" vertex="1">
          <mxGeometry height="10" width="10" x="821" y="431" as="geometry" />
        </mxCell>
        <mxCell id="v80" parent="1" style="ellipse;whiteSpace=wrap;html=1;fillColor=#9DC3F4;strokeColor=#3B5C91;strokeWidth=1;fontFamily=Comic Sans MS;" value="" vertex="1">
          <mxGeometry height="10" width="10" x="844" y="398" as="geometry" />
        </mxCell>
        <mxCell id="v81" parent="1" style="ellipse;whiteSpace=wrap;html=1;fillColor=#9DC3F4;strokeColor=#3B5C91;strokeWidth=1;fontFamily=Comic Sans MS;" value="" vertex="1">
          <mxGeometry height="10" width="10" x="844" y="420" as="geometry" />
        </mxCell>
        <mxCell id="v82" parent="1" style="ellipse;whiteSpace=wrap;html=1;fillColor=#9DC3F4;strokeColor=#3B5C91;strokeWidth=1;fontFamily=Comic Sans MS;" value="" vertex="1">
          <mxGeometry height="10" width="10" x="844" y="442" as="geometry" />
        </mxCell>
        <mxCell id="v83" parent="1" style="ellipse;whiteSpace=wrap;html=1;fillColor=#9DC3F4;strokeColor=#3B5C91;strokeWidth=1;fontFamily=Comic Sans MS;" value="" vertex="1">
          <mxGeometry height="10" width="10" x="867" y="410" as="geometry" />
        </mxCell>
        <mxCell id="v84" parent="1" style="ellipse;whiteSpace=wrap;html=1;fillColor=#9DC3F4;strokeColor=#3B5C91;strokeWidth=1;fontFamily=Comic Sans MS;" value="" vertex="1">
          <mxGeometry height="10" width="10" x="867" y="431" as="geometry" />
        </mxCell>
        <mxCell id="e85" edge="1" parent="1" source="v78" style="edgeStyle=none;html=1;strokeColor=#344D78;strokeWidth=1;endArrow=none;fontFamily=Comic Sans MS;" target="v80" value="">
          <mxGeometry relative="1" as="geometry" />
        </mxCell>
        <mxCell id="e86" edge="1" parent="1" source="v78" style="edgeStyle=none;html=1;strokeColor=#344D78;strokeWidth=1;endArrow=none;fontFamily=Comic Sans MS;" target="v81" value="">
          <mxGeometry relative="1" as="geometry" />
        </mxCell>
        <mxCell id="e87" edge="1" parent="1" source="v78" style="edgeStyle=none;html=1;strokeColor=#344D78;strokeWidth=1;endArrow=none;fontFamily=Comic Sans MS;" target="v82" value="">
          <mxGeometry relative="1" as="geometry" />
        </mxCell>
        <mxCell id="e88" edge="1" parent="1" source="v79" style="edgeStyle=none;html=1;strokeColor=#344D78;strokeWidth=1;endArrow=none;fontFamily=Comic Sans MS;" target="v80" value="">
          <mxGeometry relative="1" as="geometry" />
        </mxCell>
        <mxCell id="e89" edge="1" parent="1" source="v79" style="edgeStyle=none;html=1;strokeColor=#344D78;strokeWidth=1;endArrow=none;fontFamily=Comic Sans MS;" target="v81" value="">
          <mxGeometry relative="1" as="geometry" />
        </mxCell>
        <mxCell id="e90" edge="1" parent="1" source="v79" style="edgeStyle=none;html=1;strokeColor=#344D78;strokeWidth=1;endArrow=none;fontFamily=Comic Sans MS;" target="v82" value="">
          <mxGeometry relative="1" as="geometry" />
        </mxCell>
        <mxCell id="e91" edge="1" parent="1" source="v80" style="edgeStyle=none;html=1;strokeColor=#344D78;strokeWidth=1;endArrow=none;fontFamily=Comic Sans MS;" target="v83" value="">
          <mxGeometry relative="1" as="geometry" />
        </mxCell>
        <mxCell id="e92" edge="1" parent="1" source="v80" style="edgeStyle=none;html=1;strokeColor=#344D78;strokeWidth=1;endArrow=none;fontFamily=Comic Sans MS;" target="v84" value="">
          <mxGeometry relative="1" as="geometry" />
        </mxCell>
        <mxCell id="e93" edge="1" parent="1" source="v81" style="edgeStyle=none;html=1;strokeColor=#344D78;strokeWidth=1;endArrow=none;fontFamily=Comic Sans MS;" target="v83" value="">
          <mxGeometry relative="1" as="geometry" />
        </mxCell>
        <mxCell id="e94" edge="1" parent="1" source="v81" style="edgeStyle=none;html=1;strokeColor=#344D78;strokeWidth=1;endArrow=none;fontFamily=Comic Sans MS;" target="v84" value="">
          <mxGeometry relative="1" as="geometry" />
        </mxCell>
        <mxCell id="e95" edge="1" parent="1" source="v82" style="edgeStyle=none;html=1;strokeColor=#344D78;strokeWidth=1;endArrow=none;fontFamily=Comic Sans MS;" target="v83" value="">
          <mxGeometry relative="1" as="geometry" />
        </mxCell>
        <mxCell id="e96" edge="1" parent="1" source="v82" style="edgeStyle=none;html=1;strokeColor=#344D78;strokeWidth=1;endArrow=none;fontFamily=Comic Sans MS;" target="v84" value="">
          <mxGeometry relative="1" as="geometry" />
        </mxCell>
        <mxCell id="v97" parent="1" style="ellipse;whiteSpace=wrap;html=1;fillColor=#9A76D6;strokeColor=#9A76D6;strokeWidth=0;fontFamily=Comic Sans MS;" value="" vertex="1">
          <mxGeometry height="14" width="14" x="949" y="413" as="geometry" />
        </mxCell>
        <mxCell id="v98" parent="1" style="ellipse;whiteSpace=wrap;html=1;fillColor=#9A76D6;strokeColor=#9A76D6;strokeWidth=0;fontFamily=Comic Sans MS;" value="" vertex="1">
          <mxGeometry height="14" width="14" x="967" y="397" as="geometry" />
        </mxCell>
        <mxCell id="v99" parent="1" style="ellipse;whiteSpace=wrap;html=1;fillColor=#9A76D6;strokeColor=#9A76D6;strokeWidth=0;fontFamily=Comic Sans MS;" value="" vertex="1">
          <mxGeometry height="14" width="14" x="967" y="429" as="geometry" />
        </mxCell>
        <mxCell id="v100" parent="1" style="ellipse;whiteSpace=wrap;html=1;fillColor=#9A76D6;strokeColor=#9A76D6;strokeWidth=0;fontFamily=Comic Sans MS;" value="" vertex="1">
          <mxGeometry height="14" width="14" x="985" y="413" as="geometry" />
        </mxCell>
        <mxCell id="v101" parent="1" style="ellipse;whiteSpace=wrap;html=1;fillColor=#9A76D6;strokeColor=#9A76D6;strokeWidth=0;fontFamily=Comic Sans MS;" value="" vertex="1">
          <mxGeometry height="14" width="14" x="1003" y="397" as="geometry" />
        </mxCell>
        <mxCell id="v102" parent="1" style="ellipse;whiteSpace=wrap;html=1;fillColor=#9A76D6;strokeColor=#9A76D6;strokeWidth=0;fontFamily=Comic Sans MS;" value="" vertex="1">
          <mxGeometry height="14" width="14" x="1003" y="429" as="geometry" />
        </mxCell>
        <mxCell id="v103" parent="1" style="ellipse;whiteSpace=wrap;html=1;fillColor=#9A76D6;strokeColor=#9A76D6;strokeWidth=0;fontFamily=Comic Sans MS;" value="" vertex="1">
          <mxGeometry height="14" width="14" x="1021" y="413" as="geometry" />
        </mxCell>
        <mxCell id="e104" edge="1" parent="1" source="v97" style="edgeStyle=none;html=1;strokeColor=#8C71D7;strokeWidth=2;endArrow=none;fontFamily=Comic Sans MS;" target="v98" value="">
          <mxGeometry relative="1" as="geometry" />
        </mxCell>
        <mxCell id="e105" edge="1" parent="1" source="v97" style="edgeStyle=none;html=1;strokeColor=#8C71D7;strokeWidth=2;endArrow=none;fontFamily=Comic Sans MS;" target="v99" value="">
          <mxGeometry relative="1" as="geometry" />
        </mxCell>
        <mxCell id="e106" edge="1" parent="1" source="v98" style="edgeStyle=none;html=1;strokeColor=#8C71D7;strokeWidth=2;endArrow=none;fontFamily=Comic Sans MS;" target="v100" value="">
          <mxGeometry relative="1" as="geometry" />
        </mxCell>
        <mxCell id="e107" edge="1" parent="1" source="v99" style="edgeStyle=none;html=1;strokeColor=#8C71D7;strokeWidth=2;endArrow=none;fontFamily=Comic Sans MS;" target="v100" value="">
          <mxGeometry relative="1" as="geometry" />
        </mxCell>
        <mxCell id="e108" edge="1" parent="1" source="v100" style="edgeStyle=none;html=1;strokeColor=#8C71D7;strokeWidth=2;endArrow=none;fontFamily=Comic Sans MS;" target="v101" value="">
          <mxGeometry relative="1" as="geometry" />
        </mxCell>
        <mxCell id="e109" edge="1" parent="1" source="v100" style="edgeStyle=none;html=1;strokeColor=#8C71D7;strokeWidth=2;endArrow=none;fontFamily=Comic Sans MS;" target="v102" value="">
          <mxGeometry relative="1" as="geometry" />
        </mxCell>
        <mxCell id="e110" edge="1" parent="1" source="v101" style="edgeStyle=none;html=1;strokeColor=#8C71D7;strokeWidth=2;endArrow=none;fontFamily=Comic Sans MS;" target="v103" value="">
          <mxGeometry relative="1" as="geometry" />
        </mxCell>
        <mxCell id="e111" edge="1" parent="1" source="v102" style="edgeStyle=none;html=1;strokeColor=#8C71D7;strokeWidth=2;endArrow=none;fontFamily=Comic Sans MS;" target="v103" value="">
          <mxGeometry relative="1" as="geometry" />
        </mxCell>
        <mxCell id="v112" parent="1" style="shape=rect;fillColor=#E3C75E;strokeColor=#806B2A;strokeWidth=1;fontFamily=Comic Sans MS;" value="" vertex="1">
          <mxGeometry height="19" width="19" x="1080" y="400" as="geometry" />
        </mxCell>
        <mxCell id="v113" parent="1" style="shape=rect;fillColor=#F5E8A6;strokeColor=#806B2A;strokeWidth=1;fontFamily=Comic Sans MS;" value="" vertex="1">
          <mxGeometry height="19" width="19" x="1099" y="400" as="geometry" />
        </mxCell>
        <mxCell id="v114" parent="1" style="shape=rect;fillColor=#E3C75E;strokeColor=#806B2A;strokeWidth=1;fontFamily=Comic Sans MS;" value="" vertex="1">
          <mxGeometry height="19" width="19" x="1118" y="400" as="geometry" />
        </mxCell>
        <mxCell id="v115" parent="1" style="shape=rect;fillColor=#F5E8A6;strokeColor=#806B2A;strokeWidth=1;fontFamily=Comic Sans MS;" value="" vertex="1">
          <mxGeometry height="19" width="19" x="1080" y="419" as="geometry" />
        </mxCell>
        <mxCell id="v116" parent="1" style="shape=rect;fillColor=#E3C75E;strokeColor=#806B2A;strokeWidth=1;fontFamily=Comic Sans MS;" value="" vertex="1">
          <mxGeometry height="19" width="19" x="1099" y="419" as="geometry" />
        </mxCell>
        <mxCell id="v117" parent="1" style="shape=rect;fillColor=#F5E8A6;strokeColor=#806B2A;strokeWidth=1;fontFamily=Comic Sans MS;" value="" vertex="1">
          <mxGeometry height="19" width="19" x="1118" y="419" as="geometry" />
        </mxCell>
        <mxCell id="v118" parent="1" style="shape=rect;fillColor=#E3C75E;strokeColor=#806B2A;strokeWidth=1;fontFamily=Comic Sans MS;" value="" vertex="1">
          <mxGeometry height="19" width="19" x="1080" y="438" as="geometry" />
        </mxCell>
        <mxCell id="v119" parent="1" style="shape=rect;fillColor=#F5E8A6;strokeColor=#806B2A;strokeWidth=1;fontFamily=Comic Sans MS;" value="" vertex="1">
          <mxGeometry height="19" width="19" x="1099" y="438" as="geometry" />
        </mxCell>
        <mxCell id="v120" parent="1" style="shape=rect;fillColor=#E3C75E;strokeColor=#806B2A;strokeWidth=1;fontFamily=Comic Sans MS;" value="" vertex="1">
          <mxGeometry height="19" width="19" x="1118" y="438" as="geometry" />
        </mxCell>
        <mxCell id="v121" parent="1" style="shape=parallelogram;fillColor=#F6E9A9;strokeColor=#806B2A;strokeWidth=1;fontFamily=Comic Sans MS;size=0.15441176470588236;" value="" vertex="1">
          <mxGeometry height="11.5" width="68" x="1080" y="388" as="geometry" />
        </mxCell>
        <mxCell id="v122" parent="1" style="shape=parallelogram;direction=south;fillColor=#D9B94D;strokeColor=#806B2A;strokeWidth=1;fontFamily=Comic Sans MS;flipV=1;legacyAnchorPoints=0;size=0.16970802919708028;" value="" vertex="1">
          <mxGeometry height="68.5" width="11" x="1138" y="388" as="geometry" />
        </mxCell>
        <mxCell id="v123" parent="1" style="rounded=1;arcSize=20;whiteSpace=wrap;html=1;fillColor=#A9D6A6;strokeColor=#7762B0;strokeWidth=1;fontFamily=Comic Sans MS;" value="" vertex="1">
          <mxGeometry height="22" width="19" x="1200" y="408" as="geometry" />
        </mxCell>
        <mxCell id="v124" parent="1" style="rounded=1;arcSize=20;whiteSpace=wrap;html=1;fillColor=#8D70D2;strokeColor=#7762B0;strokeWidth=1;fontFamily=Comic Sans MS;" value="" vertex="1">
          <mxGeometry height="22" width="19" x="1224" y="408" as="geometry" />
        </mxCell>
        <mxCell id="v125" parent="1" style="rounded=1;arcSize=20;whiteSpace=wrap;html=1;fillColor=#B79ADB;strokeColor=#7762B0;strokeWidth=1;fontFamily=Comic Sans MS;" value="" vertex="1">
          <mxGeometry height="22" width="19" x="1248" y="408" as="geometry" />
        </mxCell>
-         <mxCell id="v126" parent="1" style="text;html=1;whiteSpace=wrap;align=center;verticalAlign=middle;fontFamily=Comic Sans MS;fontSize=18;fontColor=#333333;fontStyle=1;spacing=0;" value="⋯" vertex="1">
-           <mxGeometry height="20" width="12" x="1276" y="409" as="geometry" />
-         </mxCell>
        <mxCell id="v127" parent="1" style="shape=line;strokeColor=#8B75D4;strokeWidth=1;dashed=1;dashPattern=6 4;fontFamily=Comic Sans MS;" value="" vertex="1">
          <mxGeometry height="1" width="620" x="685" y="476" as="geometry" />
        </mxCell>
        <mxCell id="v128" parent="1" style="text;html=1;whiteSpace=wrap;align=center;verticalAlign=middle;fontFamily=Comic Sans MS;fontSize=19;fontColor=#222222;fontStyle=0;spacing=0;" value="&lt;span style=&quot;color: light-dark(rgb(110, 79, 197), rgb(237, 237, 237));&quot;&gt;解耦出语言特征，降低声学建模复杂度，缓解文本到声学映射困难&lt;/span&gt;" vertex="1">
          <mxGeometry height="30" width="575" x="707" y="485" as="geometry" />
        </mxCell>
        <mxCell id="v129" parent="1" style="rounded=1;arcSize=8;whiteSpace=wrap;html=1;fillColor=#F7FAFF;strokeColor=#9DB8E7;strokeWidth=1.5;fontFamily=Comic Sans MS;" value="" vertex="1">
          <mxGeometry height="138" width="105" x="677" y="632" as="geometry" />
        </mxCell>
        <mxCell id="v130" parent="1" style="text;html=1;whiteSpace=wrap;align=center;verticalAlign=middle;fontFamily=Comic Sans MS;fontSize=15;fontColor=#111111;fontStyle=0;spacing=0;" value="参考语音" vertex="1">
          <mxGeometry height="42" width="95" x="682" y="640" as="geometry" />
        </mxCell>
        <mxCell id="v131" parent="1" style="rounded=1;arcSize=8;whiteSpace=wrap;html=1;fillColor=#F7FAFF;strokeColor=#9DB8E7;strokeWidth=1.5;fontFamily=Comic Sans MS;" value="" vertex="1">
          <mxGeometry height="138" width="105" x="804" y="632" as="geometry" />
        </mxCell>
        <mxCell id="v132" parent="1" style="text;html=1;whiteSpace=wrap;align=center;verticalAlign=middle;fontFamily=Comic Sans MS;fontSize=15;fontColor=#111111;fontStyle=0;spacing=0;" value="wav2vec&lt;br&gt;2.0" vertex="1">
          <mxGeometry height="42" width="95" x="809" y="640" as="geometry" />
        </mxCell>
        <mxCell id="v133" parent="1" style="rounded=1;arcSize=8;whiteSpace=wrap;html=1;fillColor=#FCFAFF;strokeColor=#C5B4EC;strokeWidth=1.5;fontFamily=Comic Sans MS;" value="" vertex="1">
          <mxGeometry height="138" width="105" x="931" y="632" as="geometry" />
        </mxCell>
        <mxCell id="v134" parent="1" style="text;html=1;whiteSpace=wrap;align=center;verticalAlign=middle;fontFamily=Comic Sans MS;fontSize=15;fontColor=#111111;fontStyle=0;spacing=0;" value="任务掩码" vertex="1">
          <mxGeometry height="42" width="95" x="936" y="640" as="geometry" />
        </mxCell>
        <mxCell id="v135" parent="1" style="rounded=1;arcSize=8;whiteSpace=wrap;html=1;fillColor=#FFF9E9;strokeColor=#E5C976;strokeWidth=1.5;fontFamily=Comic Sans MS;" value="" vertex="1">
          <mxGeometry height="138" width="105" x="1058" y="632" as="geometry" />
        </mxCell>
        <mxCell id="v136" parent="1" style="text;html=1;whiteSpace=wrap;align=center;verticalAlign=middle;fontFamily=Comic Sans MS;fontSize=15;fontColor=#111111;fontStyle=0;spacing=0;" value="Emotion&lt;br&gt;Attention" vertex="1">
          <mxGeometry height="42" width="95" x="1063" y="640" as="geometry" />
        </mxCell>
        <mxCell id="v137" parent="1" style="rounded=1;arcSize=8;whiteSpace=wrap;html=1;fillColor=#F7FCF8;strokeColor=#AACDAE;strokeWidth=1.5;fontFamily=Comic Sans MS;" value="" vertex="1">
          <mxGeometry height="138" width="105" x="1185" y="632" as="geometry" />
        </mxCell>
        <mxCell id="v138" parent="1" style="text;html=1;whiteSpace=wrap;align=center;verticalAlign=middle;fontFamily=Comic Sans MS;fontSize=15;fontColor=#111111;fontStyle=0;spacing=0;" value="情感条件&lt;br&gt;特征" vertex="1">
          <mxGeometry height="42" width="95" x="1190" y="640" as="geometry" />
        </mxCell>
        <mxCell id="e139" edge="1" parent="1" source="v129" style="edgeStyle=orthogonalEdgeStyle;rounded=0;html=1;strokeColor=#111111;strokeWidth=2;endArrow=block;endFill=1;fontFamily=Comic Sans MS;" target="v131" value="">
          <mxGeometry relative="1" as="geometry" />
        </mxCell>
        <mxCell id="e140" edge="1" parent="1" source="v131" style="edgeStyle=orthogonalEdgeStyle;rounded=0;html=1;strokeColor=#111111;strokeWidth=2;endArrow=block;endFill=1;fontFamily=Comic Sans MS;" target="v133" value="">
          <mxGeometry relative="1" as="geometry" />
        </mxCell>
        <mxCell id="e141" edge="1" parent="1" source="v133" style="edgeStyle=orthogonalEdgeStyle;rounded=0;html=1;strokeColor=#111111;strokeWidth=2;endArrow=block;endFill=1;fontFamily=Comic Sans MS;" target="v135" value="">
          <mxGeometry relative="1" as="geometry" />
        </mxCell>
        <mxCell id="e142" edge="1" parent="1" source="v135" style="edgeStyle=orthogonalEdgeStyle;rounded=0;html=1;strokeColor=#111111;strokeWidth=2;endArrow=block;endFill=1;fontFamily=Comic Sans MS;" target="v137" value="">
          <mxGeometry relative="1" as="geometry" />
        </mxCell>
        <mxCell id="e143" edge="1" parent="1" style="edgeStyle=none;html=1;strokeColor=#3D75CC;strokeWidth=2;endArrow=none;" value="">
          <mxGeometry relative="1" as="geometry">
            <Array as="points">
              <mxPoint x="687" y="731" />
              <mxPoint x="692" y="731" />
            </Array>
          </mxGeometry>
        </mxCell>
        <mxCell id="e144" edge="1" parent="1" style="edgeStyle=none;html=1;strokeColor=#3D75CC;strokeWidth=2;endArrow=none;" value="">
          <mxGeometry relative="1" as="geometry">
            <Array as="points">
              <mxPoint x="692" y="731" />
              <mxPoint x="696" y="724" />
            </Array>
          </mxGeometry>
        </mxCell>
        <mxCell id="e145" edge="1" parent="1" style="edgeStyle=none;html=1;strokeColor=#3D75CC;strokeWidth=2;endArrow=none;" value="">
          <mxGeometry relative="1" as="geometry">
            <Array as="points">
              <mxPoint x="696" y="724" />
              <mxPoint x="700" y="741" />
            </Array>
          </mxGeometry>
        </mxCell>
        <mxCell id="e146" edge="1" parent="1" style="edgeStyle=none;html=1;strokeColor=#3D75CC;strokeWidth=2;endArrow=none;" value="">
          <mxGeometry relative="1" as="geometry">
            <Array as="points">
              <mxPoint x="700" y="741" />
              <mxPoint x="704" y="713" />
            </Array>
          </mxGeometry>
        </mxCell>
        <mxCell id="e147" edge="1" parent="1" style="edgeStyle=none;html=1;strokeColor=#3D75CC;strokeWidth=2;endArrow=none;" value="">
          <mxGeometry relative="1" as="geometry">
            <Array as="points">
              <mxPoint x="704" y="713" />
              <mxPoint x="708" y="748" />
            </Array>
          </mxGeometry>
        </mxCell>
        <mxCell id="e148" edge="1" parent="1" style="edgeStyle=none;html=1;strokeColor=#3D75CC;strokeWidth=2;endArrow=none;" value="">
          <mxGeometry relative="1" as="geometry">
            <Array as="points">
              <mxPoint x="708" y="748" />
              <mxPoint x="712" y="722" />
            </Array>
          </mxGeometry>
        </mxCell>
        <mxCell id="e149" edge="1" parent="1" style="edgeStyle=none;html=1;strokeColor=#3D75CC;strokeWidth=2;endArrow=none;" value="">
          <mxGeometry relative="1" as="geometry">
            <Array as="points">
              <mxPoint x="712" y="722" />
              <mxPoint x="716" y="739" />
            </Array>
          </mxGeometry>
        </mxCell>
        <mxCell id="e150" edge="1" parent="1" style="edgeStyle=none;html=1;strokeColor=#3D75CC;strokeWidth=2;endArrow=none;" value="">
          <mxGeometry relative="1" as="geometry">
            <Array as="points">
              <mxPoint x="716" y="739" />
              <mxPoint x="720" y="715" />
            </Array>
          </mxGeometry>
        </mxCell>
        <mxCell id="e151" edge="1" parent="1" style="edgeStyle=none;html=1;strokeColor=#3D75CC;strokeWidth=2;endArrow=none;" value="">
          <mxGeometry relative="1" as="geometry">
            <Array as="points">
              <mxPoint x="720" y="715" />
              <mxPoint x="724" y="747" />
            </Array>
          </mxGeometry>
        </mxCell>
        <mxCell id="e152" edge="1" parent="1" style="edgeStyle=none;html=1;strokeColor=#3D75CC;strokeWidth=2;endArrow=none;" value="">
          <mxGeometry relative="1" as="geometry">
            <Array as="points">
              <mxPoint x="724" y="747" />
              <mxPoint x="728" y="727" />
            </Array>
          </mxGeometry>
        </mxCell>
        <mxCell id="e153" edge="1" parent="1" style="edgeStyle=none;html=1;strokeColor=#3D75CC;strokeWidth=2;endArrow=none;" value="">
          <mxGeometry relative="1" as="geometry">
            <Array as="points">
              <mxPoint x="728" y="727" />
              <mxPoint x="732" y="734" />
            </Array>
          </mxGeometry>
        </mxCell>
        <mxCell id="e154" edge="1" parent="1" style="edgeStyle=none;html=1;strokeColor=#3D75CC;strokeWidth=2;endArrow=none;" value="">
          <mxGeometry relative="1" as="geometry">
            <Array as="points">
              <mxPoint x="732" y="734" />
              <mxPoint x="736" y="720" />
            </Array>
          </mxGeometry>
        </mxCell>
        <mxCell id="e155" edge="1" parent="1" style="edgeStyle=none;html=1;strokeColor=#3D75CC;strokeWidth=2;endArrow=none;" value="">
          <mxGeometry relative="1" as="geometry">
            <Array as="points">
              <mxPoint x="736" y="720" />
              <mxPoint x="740" y="744" />
            </Array>
          </mxGeometry>
        </mxCell>
        <mxCell id="e156" edge="1" parent="1" style="edgeStyle=none;html=1;strokeColor=#3D75CC;strokeWidth=2;endArrow=none;" value="">
          <mxGeometry relative="1" as="geometry">
            <Array as="points">
              <mxPoint x="740" y="744" />
              <mxPoint x="744" y="725" />
            </Array>
          </mxGeometry>
        </mxCell>
        <mxCell id="e157" edge="1" parent="1" style="edgeStyle=none;html=1;strokeColor=#3D75CC;strokeWidth=2;endArrow=none;" value="">
          <mxGeometry relative="1" as="geometry">
            <Array as="points">
              <mxPoint x="744" y="725" />
              <mxPoint x="748" y="735" />
            </Array>
          </mxGeometry>
        </mxCell>
        <mxCell id="e158" edge="1" parent="1" style="edgeStyle=none;html=1;strokeColor=#3D75CC;strokeWidth=2;endArrow=none;" value="">
          <mxGeometry relative="1" as="geometry">
            <Array as="points">
              <mxPoint x="748" y="735" />
              <mxPoint x="754" y="731" />
            </Array>
          </mxGeometry>
        </mxCell>
        <mxCell id="e159" edge="1" parent="1" style="edgeStyle=none;html=1;strokeColor=#3D75CC;strokeWidth=2;endArrow=none;" value="">
          <mxGeometry relative="1" as="geometry">
            <Array as="points">
              <mxPoint x="754" y="731" />
              <mxPoint x="763" y="731" />
            </Array>
          </mxGeometry>
        </mxCell>
        <mxCell id="v160" parent="1" style="ellipse;whiteSpace=wrap;html=1;fillColor=#8AB3EA;strokeColor=#466392;strokeWidth=1;fontFamily=Comic Sans MS;" value="" vertex="1">
          <mxGeometry height="10" width="10" x="821" y="713" as="geometry" />
        </mxCell>
        <mxCell id="v161" parent="1" style="ellipse;whiteSpace=wrap;html=1;fillColor=#8AB3EA;strokeColor=#466392;strokeWidth=1;fontFamily=Comic Sans MS;" value="" vertex="1">
          <mxGeometry height="10" width="10" x="821" y="736" as="geometry" />
        </mxCell>
        <mxCell id="v162" parent="1" style="ellipse;whiteSpace=wrap;html=1;fillColor=#8AB3EA;strokeColor=#466392;strokeWidth=1;fontFamily=Comic Sans MS;" value="" vertex="1">
          <mxGeometry height="10" width="10" x="844" y="701" as="geometry" />
        </mxCell>
        <mxCell id="v163" parent="1" style="ellipse;whiteSpace=wrap;html=1;fillColor=#8AB3EA;strokeColor=#466392;strokeWidth=1;fontFamily=Comic Sans MS;" value="" vertex="1">
          <mxGeometry height="10" width="10" x="844" y="724" as="geometry" />
        </mxCell>
        <mxCell id="v164" parent="1" style="ellipse;whiteSpace=wrap;html=1;fillColor=#8AB3EA;strokeColor=#466392;strokeWidth=1;fontFamily=Comic Sans MS;" value="" vertex="1">
          <mxGeometry height="10" width="10" x="844" y="747" as="geometry" />
        </mxCell>
        <mxCell id="v165" parent="1" style="ellipse;whiteSpace=wrap;html=1;fillColor=#8AB3EA;strokeColor=#466392;strokeWidth=1;fontFamily=Comic Sans MS;" value="" vertex="1">
          <mxGeometry height="10" width="10" x="867" y="713" as="geometry" />
        </mxCell>
        <mxCell id="v166" parent="1" style="ellipse;whiteSpace=wrap;html=1;fillColor=#8AB3EA;strokeColor=#466392;strokeWidth=1;fontFamily=Comic Sans MS;" value="" vertex="1">
          <mxGeometry height="10" width="10" x="867" y="736" as="geometry" />
        </mxCell>
        <mxCell id="e167" edge="1" parent="1" source="v160" style="edgeStyle=none;html=1;strokeColor=#49648A;strokeWidth=1;endArrow=none;fontFamily=Comic Sans MS;" target="v162" value="">
          <mxGeometry relative="1" as="geometry" />
        </mxCell>
        <mxCell id="e168" edge="1" parent="1" source="v160" style="edgeStyle=none;html=1;strokeColor=#49648A;strokeWidth=1;endArrow=none;fontFamily=Comic Sans MS;" target="v163" value="">
          <mxGeometry relative="1" as="geometry" />
        </mxCell>
        <mxCell id="e169" edge="1" parent="1" source="v160" style="edgeStyle=none;html=1;strokeColor=#49648A;strokeWidth=1;endArrow=none;fontFamily=Comic Sans MS;" target="v164" value="">
          <mxGeometry relative="1" as="geometry" />
        </mxCell>
        <mxCell id="e170" edge="1" parent="1" source="v161" style="edgeStyle=none;html=1;strokeColor=#49648A;strokeWidth=1;endArrow=none;fontFamily=Comic Sans MS;" target="v162" value="">
          <mxGeometry relative="1" as="geometry" />
        </mxCell>
        <mxCell id="e171" edge="1" parent="1" source="v161" style="edgeStyle=none;html=1;strokeColor=#49648A;strokeWidth=1;endArrow=none;fontFamily=Comic Sans MS;" target="v163" value="">
          <mxGeometry relative="1" as="geometry" />
        </mxCell>
        <mxCell id="e172" edge="1" parent="1" source="v161" style="edgeStyle=none;html=1;strokeColor=#49648A;strokeWidth=1;endArrow=none;fontFamily=Comic Sans MS;" target="v164" value="">
          <mxGeometry relative="1" as="geometry" />
        </mxCell>
        <mxCell id="e173" edge="1" parent="1" source="v162" style="edgeStyle=none;html=1;strokeColor=#49648A;strokeWidth=1;endArrow=none;fontFamily=Comic Sans MS;" target="v165" value="">
          <mxGeometry relative="1" as="geometry" />
        </mxCell>
        <mxCell id="e174" edge="1" parent="1" source="v162" style="edgeStyle=none;html=1;strokeColor=#49648A;strokeWidth=1;endArrow=none;fontFamily=Comic Sans MS;" target="v166" value="">
          <mxGeometry relative="1" as="geometry" />
        </mxCell>
        <mxCell id="e175" edge="1" parent="1" source="v163" style="edgeStyle=none;html=1;strokeColor=#49648A;strokeWidth=1;endArrow=none;fontFamily=Comic Sans MS;" target="v165" value="">
          <mxGeometry relative="1" as="geometry" />
        </mxCell>
        <mxCell id="e176" edge="1" parent="1" source="v163" style="edgeStyle=none;html=1;strokeColor=#49648A;strokeWidth=1;endArrow=none;fontFamily=Comic Sans MS;" target="v166" value="">
          <mxGeometry relative="1" as="geometry" />
        </mxCell>
        <mxCell id="e177" edge="1" parent="1" source="v164" style="edgeStyle=none;html=1;strokeColor=#49648A;strokeWidth=1;endArrow=none;fontFamily=Comic Sans MS;" target="v165" value="">
          <mxGeometry relative="1" as="geometry" />
        </mxCell>
        <mxCell id="e178" edge="1" parent="1" source="v164" style="edgeStyle=none;html=1;strokeColor=#49648A;strokeWidth=1;endArrow=none;fontFamily=Comic Sans MS;" target="v166" value="">
          <mxGeometry relative="1" as="geometry" />
        </mxCell>
        <mxCell id="v195" parent="1" style="shape=rect;fillColor=#FFFFFF;strokeColor=#333333;strokeWidth=1;fontFamily=Comic Sans MS;" value="" vertex="1">
          <mxGeometry height="12" width="12" x="1070" y="704" as="geometry" />
        </mxCell>
        <mxCell id="v196" parent="1" style="shape=rect;fillColor=#8F6BCF;strokeColor=#513B96;strokeWidth=1;fontFamily=Comic Sans MS;" value="" vertex="1">
          <mxGeometry height="16" width="16" x="1068" y="742" as="geometry" />
        </mxCell>
        <mxCell id="v197" parent="1" style="shape=rect;fillColor=#FFFFFF;strokeColor=#333333;strokeWidth=1;fontFamily=Comic Sans MS;" value="" vertex="1">
          <mxGeometry height="12" width="12" x="1088" y="704" as="geometry" />
        </mxCell>
        <mxCell id="v198" parent="1" style="shape=rect;fillColor=#8F6BCF;strokeColor=#513B96;strokeWidth=1;fontFamily=Comic Sans MS;" value="" vertex="1">
          <mxGeometry height="16" width="16" x="1088" y="742" as="geometry" />
        </mxCell>
        <mxCell id="v199" parent="1" style="shape=rect;fillColor=#FFFFFF;strokeColor=#333333;strokeWidth=1;fontFamily=Comic Sans MS;" value="" vertex="1">
          <mxGeometry height="12" width="12" x="1106" y="704" as="geometry" />
        </mxCell>
        <mxCell id="v200" parent="1" style="shape=rect;fillColor=#8F6BCF;strokeColor=#513B96;strokeWidth=1;fontFamily=Comic Sans MS;" value="" vertex="1">
          <mxGeometry height="16" width="16" x="1108" y="742" as="geometry" />
        </mxCell>
        <mxCell id="v201" parent="1" style="shape=rect;fillColor=#FFFFFF;strokeColor=#333333;strokeWidth=1;fontFamily=Comic Sans MS;" value="" vertex="1">
          <mxGeometry height="12" width="12" x="1124" y="704" as="geometry" />
        </mxCell>
        <mxCell id="v202" parent="1" style="shape=rect;fillColor=#8F6BCF;strokeColor=#513B96;strokeWidth=1;fontFamily=Comic Sans MS;" value="" vertex="1">
          <mxGeometry height="16" width="16" x="1128" y="742" as="geometry" />
        </mxCell>
        <mxCell id="v203" parent="1" style="shape=rect;fillColor=#FFFFFF;strokeColor=#333333;strokeWidth=1;fontFamily=Comic Sans MS;" value="" vertex="1">
          <mxGeometry height="12" width="12" x="1142" y="704" as="geometry" />
        </mxCell>
        <mxCell id="v204" parent="1" style="shape=rect;fillColor=#8F6BCF;strokeColor=#513B96;strokeWidth=1;fontFamily=Comic Sans MS;" value="" vertex="1">
          <mxGeometry height="16" width="16" x="1148" y="742" as="geometry" />
        </mxCell>
        <mxCell id="e205" edge="1" parent="1" source="v195" style="edgeStyle=none;html=1;strokeColor=#555555;strokeWidth=1;endArrow=none;fontFamily=Comic Sans MS;" target="v196" value="">
          <mxGeometry relative="1" as="geometry" />
        </mxCell>
        <mxCell id="e206" edge="1" parent="1" source="v195" style="edgeStyle=none;html=1;strokeColor=#555555;strokeWidth=1;endArrow=none;fontFamily=Comic Sans MS;" target="v198" value="">
          <mxGeometry relative="1" as="geometry" />
        </mxCell>
        <mxCell id="e207" edge="1" parent="1" source="v197" style="edgeStyle=none;html=1;strokeColor=#555555;strokeWidth=1;endArrow=none;fontFamily=Comic Sans MS;" target="v196" value="">
          <mxGeometry relative="1" as="geometry" />
        </mxCell>
        <mxCell id="e208" edge="1" parent="1" source="v197" style="edgeStyle=none;html=1;strokeColor=#555555;strokeWidth=1;endArrow=none;fontFamily=Comic Sans MS;" target="v198" value="">
          <mxGeometry relative="1" as="geometry" />
        </mxCell>
        <mxCell id="e209" edge="1" parent="1" source="v197" style="edgeStyle=none;html=1;strokeColor=#555555;strokeWidth=1;endArrow=none;fontFamily=Comic Sans MS;" target="v200" value="">
          <mxGeometry relative="1" as="geometry" />
        </mxCell>
        <mxCell id="e210" edge="1" parent="1" source="v199" style="edgeStyle=none;html=1;strokeColor=#555555;strokeWidth=1;endArrow=none;fontFamily=Comic Sans MS;" target="v198" value="">
          <mxGeometry relative="1" as="geometry" />
        </mxCell>
        <mxCell id="e211" edge="1" parent="1" source="v199" style="edgeStyle=none;html=1;strokeColor=#555555;strokeWidth=1;endArrow=none;fontFamily=Comic Sans MS;" target="v200" value="">
          <mxGeometry relative="1" as="geometry" />
        </mxCell>
        <mxCell id="e212" edge="1" parent="1" source="v199" style="edgeStyle=none;html=1;strokeColor=#555555;strokeWidth=1;endArrow=none;fontFamily=Comic Sans MS;" target="v202" value="">
          <mxGeometry relative="1" as="geometry" />
        </mxCell>
        <mxCell id="e213" edge="1" parent="1" source="v201" style="edgeStyle=none;html=1;strokeColor=#555555;strokeWidth=1;endArrow=none;fontFamily=Comic Sans MS;" target="v200" value="">
          <mxGeometry relative="1" as="geometry" />
        </mxCell>
        <mxCell id="e214" edge="1" parent="1" source="v201" style="edgeStyle=none;html=1;strokeColor=#555555;strokeWidth=1;endArrow=none;fontFamily=Comic Sans MS;" target="v202" value="">
          <mxGeometry relative="1" as="geometry" />
        </mxCell>
        <mxCell id="e215" edge="1" parent="1" source="v201" style="edgeStyle=none;html=1;strokeColor=#555555;strokeWidth=1;endArrow=none;fontFamily=Comic Sans MS;" target="v204" value="">
          <mxGeometry relative="1" as="geometry" />
        </mxCell>
        <mxCell id="e216" edge="1" parent="1" source="v203" style="edgeStyle=none;html=1;strokeColor=#555555;strokeWidth=1;endArrow=none;fontFamily=Comic Sans MS;" target="v202" value="">
          <mxGeometry relative="1" as="geometry" />
        </mxCell>
        <mxCell id="e217" edge="1" parent="1" source="v203" style="edgeStyle=none;html=1;strokeColor=#555555;strokeWidth=1;endArrow=none;fontFamily=Comic Sans MS;" target="v204" value="">
          <mxGeometry relative="1" as="geometry" />
        </mxCell>
        <mxCell id="v218" parent="1" style="shape=rect;fillColor=#8B6AC7;gradientColor=#C6B4E7;gradientDirection=north;strokeColor=#6E55A9;strokeWidth=1;fontFamily=Comic Sans MS;" value="" vertex="1">
          <mxGeometry height="34" width="16" x="1198" y="714" as="geometry" />
        </mxCell>
        <mxCell id="v219" parent="1" style="shape=rect;fillColor=#8B6AC7;gradientColor=#C6B4E7;gradientDirection=north;strokeColor=#6E55A9;strokeWidth=1;fontFamily=Comic Sans MS;" value="" vertex="1">
          <mxGeometry height="42" width="16" x="1220" y="706" as="geometry" />
        </mxCell>
        <mxCell id="v220" parent="1" style="shape=rect;fillColor=#8B6AC7;gradientColor=#C6B4E7;gradientDirection=north;strokeColor=#6E55A9;strokeWidth=1;fontFamily=Comic Sans MS;" value="" vertex="1">
          <mxGeometry height="38" width="16" x="1242" y="710" as="geometry" />
        </mxCell>
        <mxCell id="v221" parent="1" style="shape=rect;fillColor=#8B6AC7;gradientColor=#C6B4E7;gradientDirection=north;strokeColor=#6E55A9;strokeWidth=1;fontFamily=Comic Sans MS;" value="" vertex="1">
          <mxGeometry height="31" width="16" x="1264" y="717" as="geometry" />
        </mxCell>
        <mxCell id="v222" parent="1" style="text;html=1;whiteSpace=wrap;align=center;verticalAlign=middle;fontFamily=Comic Sans MS;fontSize=18;fontColor=#333333;fontStyle=1;spacing=0;" value="⋯" vertex="1">
          <mxGeometry height="20" width="12" x="1276" y="715" as="geometry" />
        </mxCell>
        <mxCell id="v223" parent="1" style="shape=line;strokeColor=#8B75D4;strokeWidth=1;dashed=1;dashPattern=6 4;fontFamily=Comic Sans MS;" value="" vertex="1">
          <mxGeometry height="1" width="620" x="685" y="786" as="geometry" />
        </mxCell>
-         <mxCell id="v224" parent="1" style="text;html=1;whiteSpace=wrap;align=center;verticalAlign=middle;fontFamily=Comic Sans MS;fontSize=19;fontColor=#222222;fontStyle=0;spacing=0;" value="&lt;span style=&quot;color: light-dark(rgb(110, 79, 197), rgb(237, 237, 237));&quot;&gt;削弱非情感因素干扰，提取更纯净稳定的情感特征&lt;/span&gt;" vertex="1">
+         <mxCell id="v224" parent="1" style="text;html=1;whiteSpace=wrap;align=center;verticalAlign=middle;fontFamily=Comic Sans MS;fontSize=19;fontColor=#222222;fontStyle=0;spacing=0;" value="&lt;span style=&quot;color: rgb(110, 79, 197);&quot;&gt;解耦出情感特征，&lt;/span&gt;&lt;span style=&quot;color: light-dark(rgb(110, 79, 197), rgb(237, 237, 237));&quot;&gt;削弱非情感因素干扰&lt;/span&gt;" vertex="1">
          <mxGeometry height="30" width="580" x="705" y="795" as="geometry" />
        </mxCell>
        <mxCell id="e225" edge="1" parent="1" style="edgeStyle=orthogonalEdgeStyle;rounded=0;html=1;strokeColor=#5D43B3;strokeWidth=4;endArrow=none;" value="">
          <mxGeometry relative="1" as="geometry">
            <Array as="points">
              <mxPoint x="1322" y="378" />
              <mxPoint x="1355" y="378" />
              <mxPoint x="1355" y="519" />
            </Array>
          </mxGeometry>
        </mxCell>
        <mxCell id="e226" edge="1" parent="1" style="edgeStyle=orthogonalEdgeStyle;rounded=0;html=1;strokeColor=#5D43B3;strokeWidth=4;endArrow=none;" value="">
          <mxGeometry relative="1" as="geometry">
            <Array as="points">
              <mxPoint x="1322" y="695" />
              <mxPoint x="1355" y="695" />
              <mxPoint x="1355" y="519" />
            </Array>
          </mxGeometry>
        </mxCell>
        <mxCell id="e227" edge="1" parent="1" style="edgeStyle=orthogonalEdgeStyle;rounded=0;html=1;strokeColor=#5D43B3;strokeWidth=4;endArrow=block;endFill=1;" value="">
          <mxGeometry relative="1" as="geometry">
            <Array as="points">
              <mxPoint x="1355" y="519" />
              <mxPoint x="1403" y="519" />
            </Array>
          </mxGeometry>
        </mxCell>
        <mxCell id="v228" parent="1" style="ellipse;whiteSpace=wrap;html=1;fillColor=#FFFFFF;strokeColor=#D6C9EE;strokeWidth=5;fontFamily=Comic Sans MS;" value="" vertex="1">
          <mxGeometry height="135" width="135" x="1448" y="328" as="geometry" />
        </mxCell>
        <mxCell id="v229" parent="1" style="ellipse;whiteSpace=wrap;html=1;fillColor=#FFFFFF;strokeColor=#6F54BA;strokeWidth=9;fontFamily=Comic Sans MS;" value="" vertex="1">
          <mxGeometry height="92" width="92" x="1470" y="350" as="geometry" />
        </mxCell>
        <mxCell id="v230" parent="1" style="ellipse;whiteSpace=wrap;html=1;fillColor=#FFFFFF;strokeColor=#6F54BA;strokeWidth=9;fontFamily=Comic Sans MS;" value="" vertex="1">
          <mxGeometry height="48" width="48" x="1492" y="372" as="geometry" />
        </mxCell>
        <mxCell id="v231" parent="1" style="ellipse;whiteSpace=wrap;html=1;fillColor=#6F54BA;strokeColor=#6F54BA;strokeWidth=0;fontFamily=Comic Sans MS;" value="" vertex="1">
          <mxGeometry height="16" width="16" x="1508" y="388" as="geometry" />
        </mxCell>
        <mxCell id="v232" parent="1" style="shape=rect;rotation=-45;fillColor=#6F54BA;strokeColor=none;fontFamily=Comic Sans MS;" value="" vertex="1">
          <mxGeometry height="10" width="62" x="1514" y="365" as="geometry" />
        </mxCell>
        <mxCell id="v233" parent="1" style="shape=triangle;direction=east;rotation=-45;fillColor=#6F54BA;strokeColor=none;fontFamily=Comic Sans MS;" value="" vertex="1">
          <mxGeometry height="28" width="28" x="1561" y="341" as="geometry" />
        </mxCell>
        <mxCell id="v234" parent="1" style="shape=line;strokeColor=#8B75D4;strokeWidth=1;dashed=1;dashPattern=6 4;fontFamily=Comic Sans MS;" value="" vertex="1">
          <mxGeometry height="1" width="180" x="1425" y="522" as="geometry" />
        </mxCell>
        <mxCell id="v235" parent="1" style="text;html=1;whiteSpace=wrap;align=center;verticalAlign=middle;fontFamily=Comic Sans MS;fontSize=24;fontColor=#5134A6;fontStyle=1;spacing=0;" value="提升合成语音的&lt;br&gt;自然度、&lt;br&gt;情感可控性与&lt;br&gt;声学质量。" vertex="1">
          <mxGeometry height="180" width="170" x="1430" y="555" as="geometry" />
        </mxCell>
        <mxCell id="mLJ6RkBWi0f_F3Ge-QQL-3" connectable="0" parent="1" style="group" value="" vertex="1">
          <mxGeometry height="68" width="80" x="945" y="690" as="geometry" />
        </mxCell>
        <mxCell id="v179" parent="mLJ6RkBWi0f_F3Ge-QQL-3" style="shape=rect;fillColor=#222222;strokeColor=#777777;strokeWidth=1;fontFamily=Comic Sans MS;" value="" vertex="1">
          <mxGeometry height="17" width="20" as="geometry" />
        </mxCell>
        <mxCell id="v180" parent="mLJ6RkBWi0f_F3Ge-QQL-3" style="shape=rect;fillColor=#F4F2F7;strokeColor=#777777;strokeWidth=1;fontFamily=Comic Sans MS;" value="" vertex="1">
          <mxGeometry height="17" width="20" x="20" as="geometry" />
        </mxCell>
        <mxCell id="v181" parent="mLJ6RkBWi0f_F3Ge-QQL-3" style="shape=rect;fillColor=#FFFFFF;strokeColor=#777777;strokeWidth=1;fontFamily=Comic Sans MS;" value="" vertex="1">
          <mxGeometry height="17" width="20" x="40" as="geometry" />
        </mxCell>
        <mxCell id="v182" parent="mLJ6RkBWi0f_F3Ge-QQL-3" style="shape=rect;fillColor=#FFFFFF;strokeColor=#777777;strokeWidth=1;fontFamily=Comic Sans MS;" value="" vertex="1">
          <mxGeometry height="17" width="20" x="60" as="geometry" />
        </mxCell>
        <mxCell id="v183" parent="mLJ6RkBWi0f_F3Ge-QQL-3" style="shape=rect;fillColor=#F6F4F7;strokeColor=#777777;strokeWidth=1;fontFamily=Comic Sans MS;" value="" vertex="1">
          <mxGeometry height="17" width="20" y="17" as="geometry" />
        </mxCell>
        <mxCell id="v184" parent="mLJ6RkBWi0f_F3Ge-QQL-3" style="shape=rect;fillColor=#FFFFFF;strokeColor=#777777;strokeWidth=1;fontFamily=Comic Sans MS;" value="" vertex="1">
          <mxGeometry height="17" width="20" x="20" y="17" as="geometry" />
        </mxCell>
        <mxCell id="v185" parent="mLJ6RkBWi0f_F3Ge-QQL-3" style="shape=rect;fillColor=#ECE8F3;strokeColor=#777777;strokeWidth=1;fontFamily=Comic Sans MS;" value="" vertex="1">
          <mxGeometry height="17" width="20" x="40" y="17" as="geometry" />
        </mxCell>
        <mxCell id="v186" parent="mLJ6RkBWi0f_F3Ge-QQL-3" style="shape=rect;fillColor=#FFFFFF;strokeColor=#777777;strokeWidth=1;fontFamily=Comic Sans MS;" value="" vertex="1">
          <mxGeometry height="17" width="20" x="60" y="17" as="geometry" />
        </mxCell>
        <mxCell id="v187" parent="mLJ6RkBWi0f_F3Ge-QQL-3" style="shape=rect;fillColor=#FFFFFF;strokeColor=#777777;strokeWidth=1;fontFamily=Comic Sans MS;" value="" vertex="1">
          <mxGeometry height="17" width="20" y="34" as="geometry" />
        </mxCell>
        <mxCell id="v188" parent="mLJ6RkBWi0f_F3Ge-QQL-3" style="shape=rect;fillColor=#ECE8F3;strokeColor=#777777;strokeWidth=1;fontFamily=Comic Sans MS;" value="" vertex="1">
          <mxGeometry height="17" width="20" x="20" y="34" as="geometry" />
        </mxCell>
        <mxCell id="v189" parent="mLJ6RkBWi0f_F3Ge-QQL-3" style="shape=rect;fillColor=#FFFFFF;strokeColor=#777777;strokeWidth=1;fontFamily=Comic Sans MS;" value="" vertex="1">
          <mxGeometry height="17" width="20" x="40" y="34" as="geometry" />
        </mxCell>
        <mxCell id="v190" parent="mLJ6RkBWi0f_F3Ge-QQL-3" style="shape=rect;fillColor=#F7F5FA;strokeColor=#777777;strokeWidth=1;fontFamily=Comic Sans MS;" value="" vertex="1">
          <mxGeometry height="17" width="20" x="60" y="34" as="geometry" />
        </mxCell>
        <mxCell id="v191" parent="mLJ6RkBWi0f_F3Ge-QQL-3" style="shape=rect;fillColor=#FFFFFF;strokeColor=#777777;strokeWidth=1;fontFamily=Comic Sans MS;" value="" vertex="1">
          <mxGeometry height="17" width="20" y="51" as="geometry" />
        </mxCell>
        <mxCell id="v192" parent="mLJ6RkBWi0f_F3Ge-QQL-3" style="shape=rect;fillColor=#FFFFFF;strokeColor=#777777;strokeWidth=1;fontFamily=Comic Sans MS;" value="" vertex="1">
          <mxGeometry height="17" width="20" x="20" y="51" as="geometry" />
        </mxCell>
        <mxCell id="v193" parent="mLJ6RkBWi0f_F3Ge-QQL-3" style="shape=rect;fillColor=#F3F0F7;strokeColor=#777777;strokeWidth=1;fontFamily=Comic Sans MS;" value="" vertex="1">
          <mxGeometry height="17" width="20" x="40" y="51" as="geometry" />
        </mxCell>
        <mxCell id="v194" parent="mLJ6RkBWi0f_F3Ge-QQL-3" style="shape=rect;fillColor=#222222;strokeColor=#777777;strokeWidth=1;fontFamily=Comic Sans MS;" value="" vertex="1">
          <mxGeometry height="17" width="20" x="60" y="51" as="geometry" />
        </mxCell>
        <mxCell id="mLJ6RkBWi0f_F3Ge-QQL-5" connectable="0" parent="1" style="group" value="" vertex="1">
          <mxGeometry height="38" width="72" x="694" y="402" as="geometry" />
        </mxCell>
        <mxCell id="v69" parent="mLJ6RkBWi0f_F3Ge-QQL-5" style="shape=rect;rounded=0;fillColor=#CFE4FF;gradientColor=#2D66BA;gradientDirection=east;strokeColor=#8AA8DC;fontFamily=Comic Sans MS;" value="" vertex="1">
          <mxGeometry height="38" width="72" as="geometry" />
        </mxCell>
        <mxCell id="v70" parent="mLJ6RkBWi0f_F3Ge-QQL-5" style="shape=rect;fillColor=#4B79C4;strokeColor=none;fontFamily=Comic Sans MS;" value="" vertex="1">
          <mxGeometry height="18" width="4" x="5" y="16" as="geometry" />
        </mxCell>
        <mxCell id="v71" parent="mLJ6RkBWi0f_F3Ge-QQL-5" style="shape=rect;fillColor=#8FC5F2;strokeColor=none;fontFamily=Comic Sans MS;" value="" vertex="1">
          <mxGeometry height="28" width="4" x="13" y="6" as="geometry" />
        </mxCell>
        <mxCell id="v72" parent="mLJ6RkBWi0f_F3Ge-QQL-5" style="shape=rect;fillColor=#4B79C4;strokeColor=none;fontFamily=Comic Sans MS;" value="" vertex="1">
          <mxGeometry height="22" width="4" x="21" y="12" as="geometry" />
        </mxCell>
        <mxCell id="v73" parent="mLJ6RkBWi0f_F3Ge-QQL-5" style="shape=rect;fillColor=#8FC5F2;strokeColor=none;fontFamily=Comic Sans MS;" value="" vertex="1">
          <mxGeometry height="34" width="4" x="29" as="geometry" />
        </mxCell>
        <mxCell id="v74" parent="mLJ6RkBWi0f_F3Ge-QQL-5" style="shape=rect;fillColor=#4B79C4;strokeColor=none;fontFamily=Comic Sans MS;" value="" vertex="1">
          <mxGeometry height="26" width="4" x="37" y="8" as="geometry" />
        </mxCell>
        <mxCell id="v75" parent="mLJ6RkBWi0f_F3Ge-QQL-5" style="shape=rect;fillColor=#8FC5F2;strokeColor=none;fontFamily=Comic Sans MS;" value="" vertex="1">
          <mxGeometry height="32" width="4" x="45" y="2" as="geometry" />
        </mxCell>
        <mxCell id="v76" parent="mLJ6RkBWi0f_F3Ge-QQL-5" style="shape=rect;fillColor=#4B79C4;strokeColor=none;fontFamily=Comic Sans MS;" value="" vertex="1">
          <mxGeometry height="20" width="4" x="53" y="14" as="geometry" />
        </mxCell>
        <mxCell id="v77" parent="mLJ6RkBWi0f_F3Ge-QQL-5" style="shape=rect;fillColor=#8FC5F2;strokeColor=none;fontFamily=Comic Sans MS;" value="" vertex="1">
          <mxGeometry height="30" width="4" x="61" y="4" as="geometry" />
        </mxCell>
        <mxCell id="mLJ6RkBWi0f_F3Ge-QQL-6" connectable="0" parent="1" style="group" value="" vertex="1">
          <mxGeometry height="38" width="72" x="694" y="709" as="geometry" />
        </mxCell>
        <mxCell id="mLJ6RkBWi0f_F3Ge-QQL-7" parent="mLJ6RkBWi0f_F3Ge-QQL-6" style="shape=rect;rounded=0;fillColor=#CFE4FF;gradientColor=#2D66BA;gradientDirection=east;strokeColor=#8AA8DC;fontFamily=Comic Sans MS;" value="" vertex="1">
          <mxGeometry height="38" width="72" as="geometry" />
        </mxCell>
        <mxCell id="mLJ6RkBWi0f_F3Ge-QQL-8" parent="mLJ6RkBWi0f_F3Ge-QQL-6" style="shape=rect;fillColor=#4B79C4;strokeColor=none;fontFamily=Comic Sans MS;" value="" vertex="1">
          <mxGeometry height="18" width="4" x="5" y="16" as="geometry" />
        </mxCell>
        <mxCell id="mLJ6RkBWi0f_F3Ge-QQL-9" parent="mLJ6RkBWi0f_F3Ge-QQL-6" style="shape=rect;fillColor=#8FC5F2;strokeColor=none;fontFamily=Comic Sans MS;" value="" vertex="1">
          <mxGeometry height="28" width="4" x="13" y="6" as="geometry" />
        </mxCell>
        <mxCell id="mLJ6RkBWi0f_F3Ge-QQL-10" parent="mLJ6RkBWi0f_F3Ge-QQL-6" style="shape=rect;fillColor=#4B79C4;strokeColor=none;fontFamily=Comic Sans MS;" value="" vertex="1">
          <mxGeometry height="22" width="4" x="21" y="12" as="geometry" />
        </mxCell>
        <mxCell id="mLJ6RkBWi0f_F3Ge-QQL-11" parent="mLJ6RkBWi0f_F3Ge-QQL-6" style="shape=rect;fillColor=#8FC5F2;strokeColor=none;fontFamily=Comic Sans MS;" value="" vertex="1">
          <mxGeometry height="34" width="4" x="29" as="geometry" />
        </mxCell>
        <mxCell id="mLJ6RkBWi0f_F3Ge-QQL-12" parent="mLJ6RkBWi0f_F3Ge-QQL-6" style="shape=rect;fillColor=#4B79C4;strokeColor=none;fontFamily=Comic Sans MS;" value="" vertex="1">
          <mxGeometry height="26" width="4" x="37" y="8" as="geometry" />
        </mxCell>
        <mxCell id="mLJ6RkBWi0f_F3Ge-QQL-13" parent="mLJ6RkBWi0f_F3Ge-QQL-6" style="shape=rect;fillColor=#8FC5F2;strokeColor=none;fontFamily=Comic Sans MS;" value="" vertex="1">
          <mxGeometry height="32" width="4" x="45" y="2" as="geometry" />
        </mxCell>
        <mxCell id="mLJ6RkBWi0f_F3Ge-QQL-14" parent="mLJ6RkBWi0f_F3Ge-QQL-6" style="shape=rect;fillColor=#4B79C4;strokeColor=none;fontFamily=Comic Sans MS;" value="" vertex="1">
          <mxGeometry height="20" width="4" x="53" y="14" as="geometry" />
        </mxCell>
        <mxCell id="mLJ6RkBWi0f_F3Ge-QQL-15" parent="mLJ6RkBWi0f_F3Ge-QQL-6" style="shape=rect;fillColor=#8FC5F2;strokeColor=none;fontFamily=Comic Sans MS;" value="" vertex="1">
          <mxGeometry height="30" width="4" x="61" y="4" as="geometry" />
        </mxCell>
      </root>
    </mxGraphModel>
  </diagram>
</mxfile>
